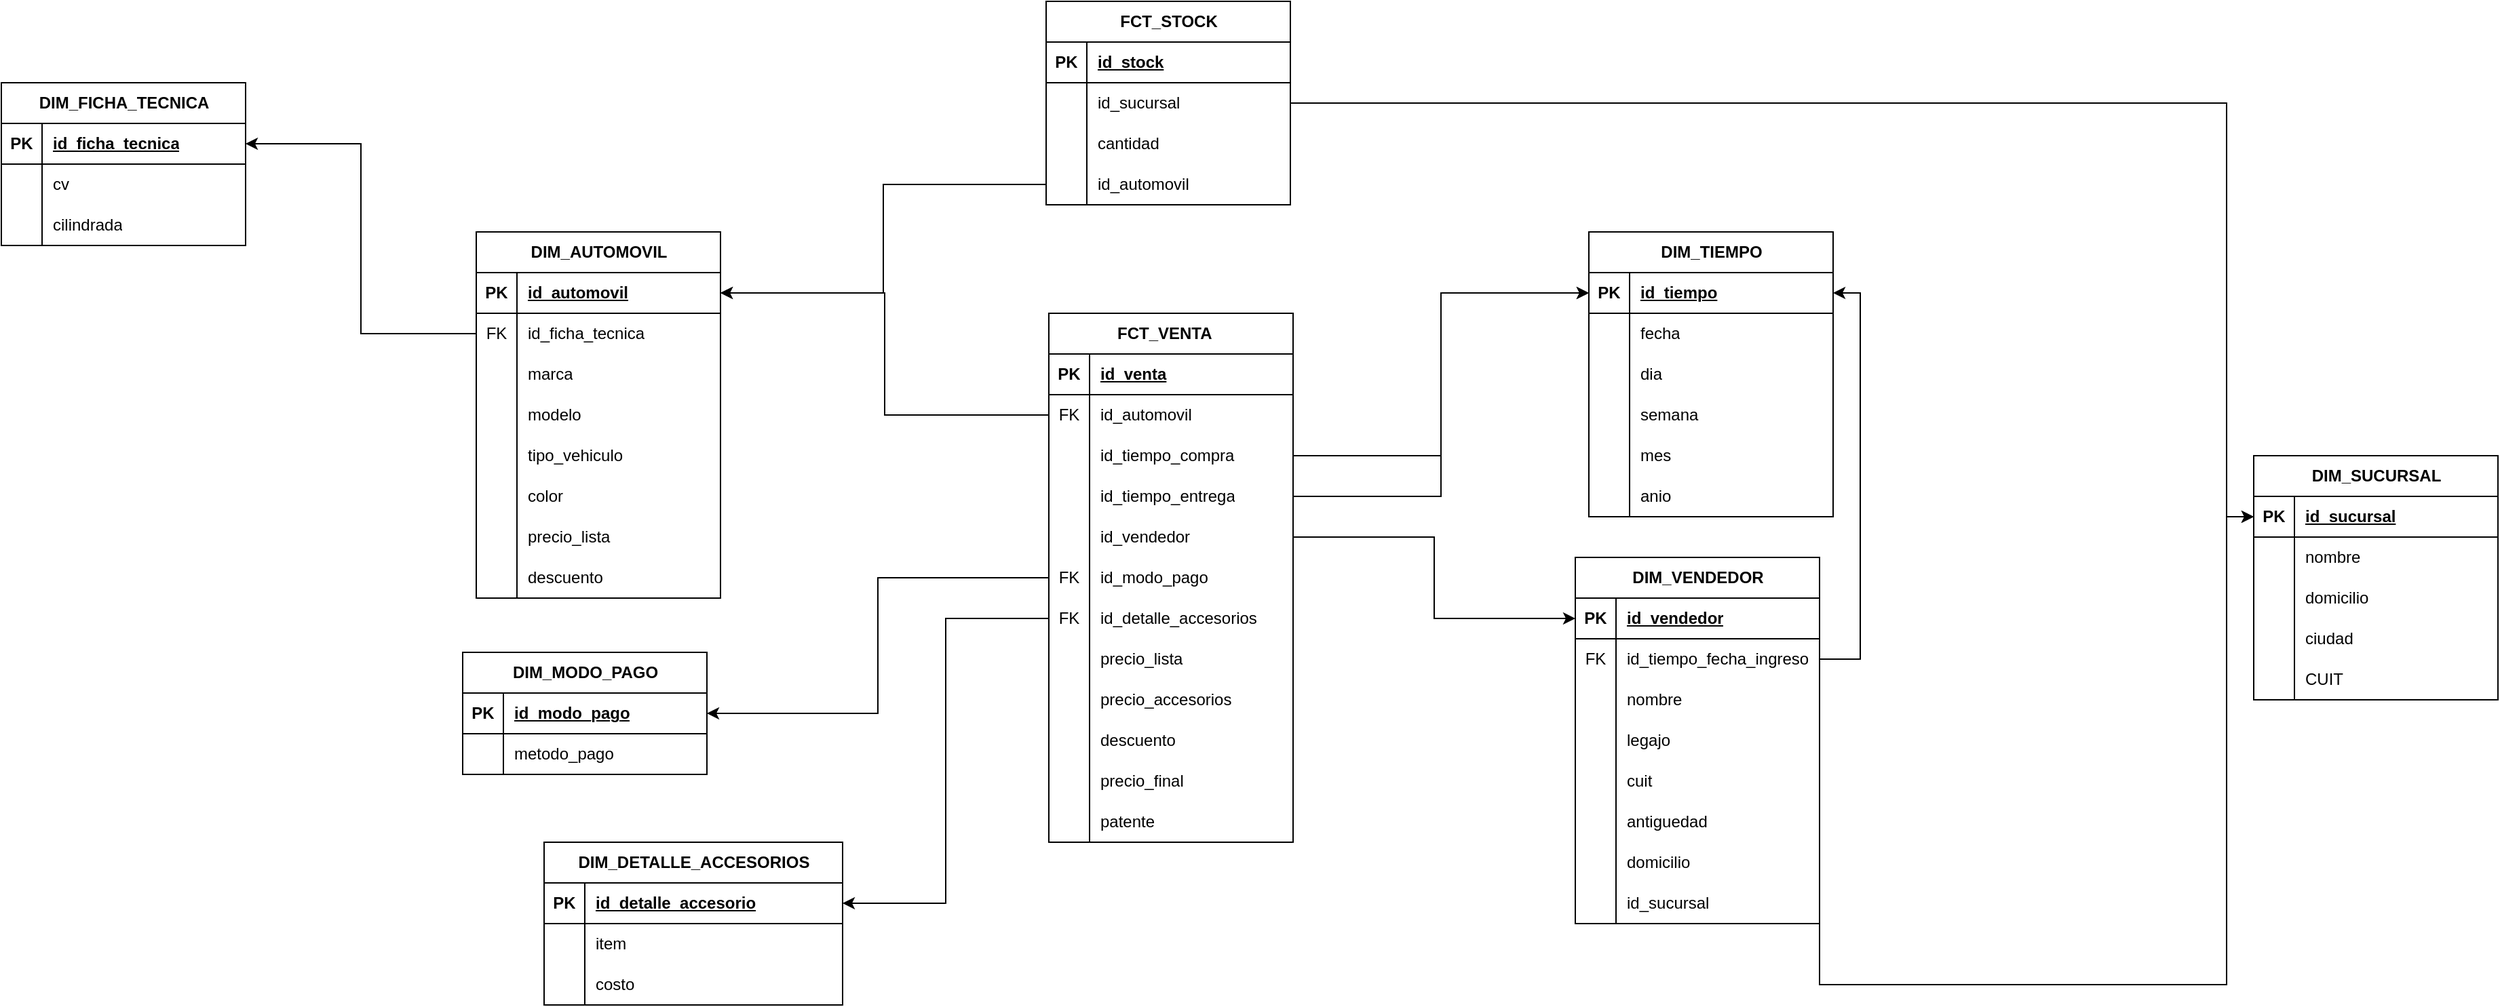
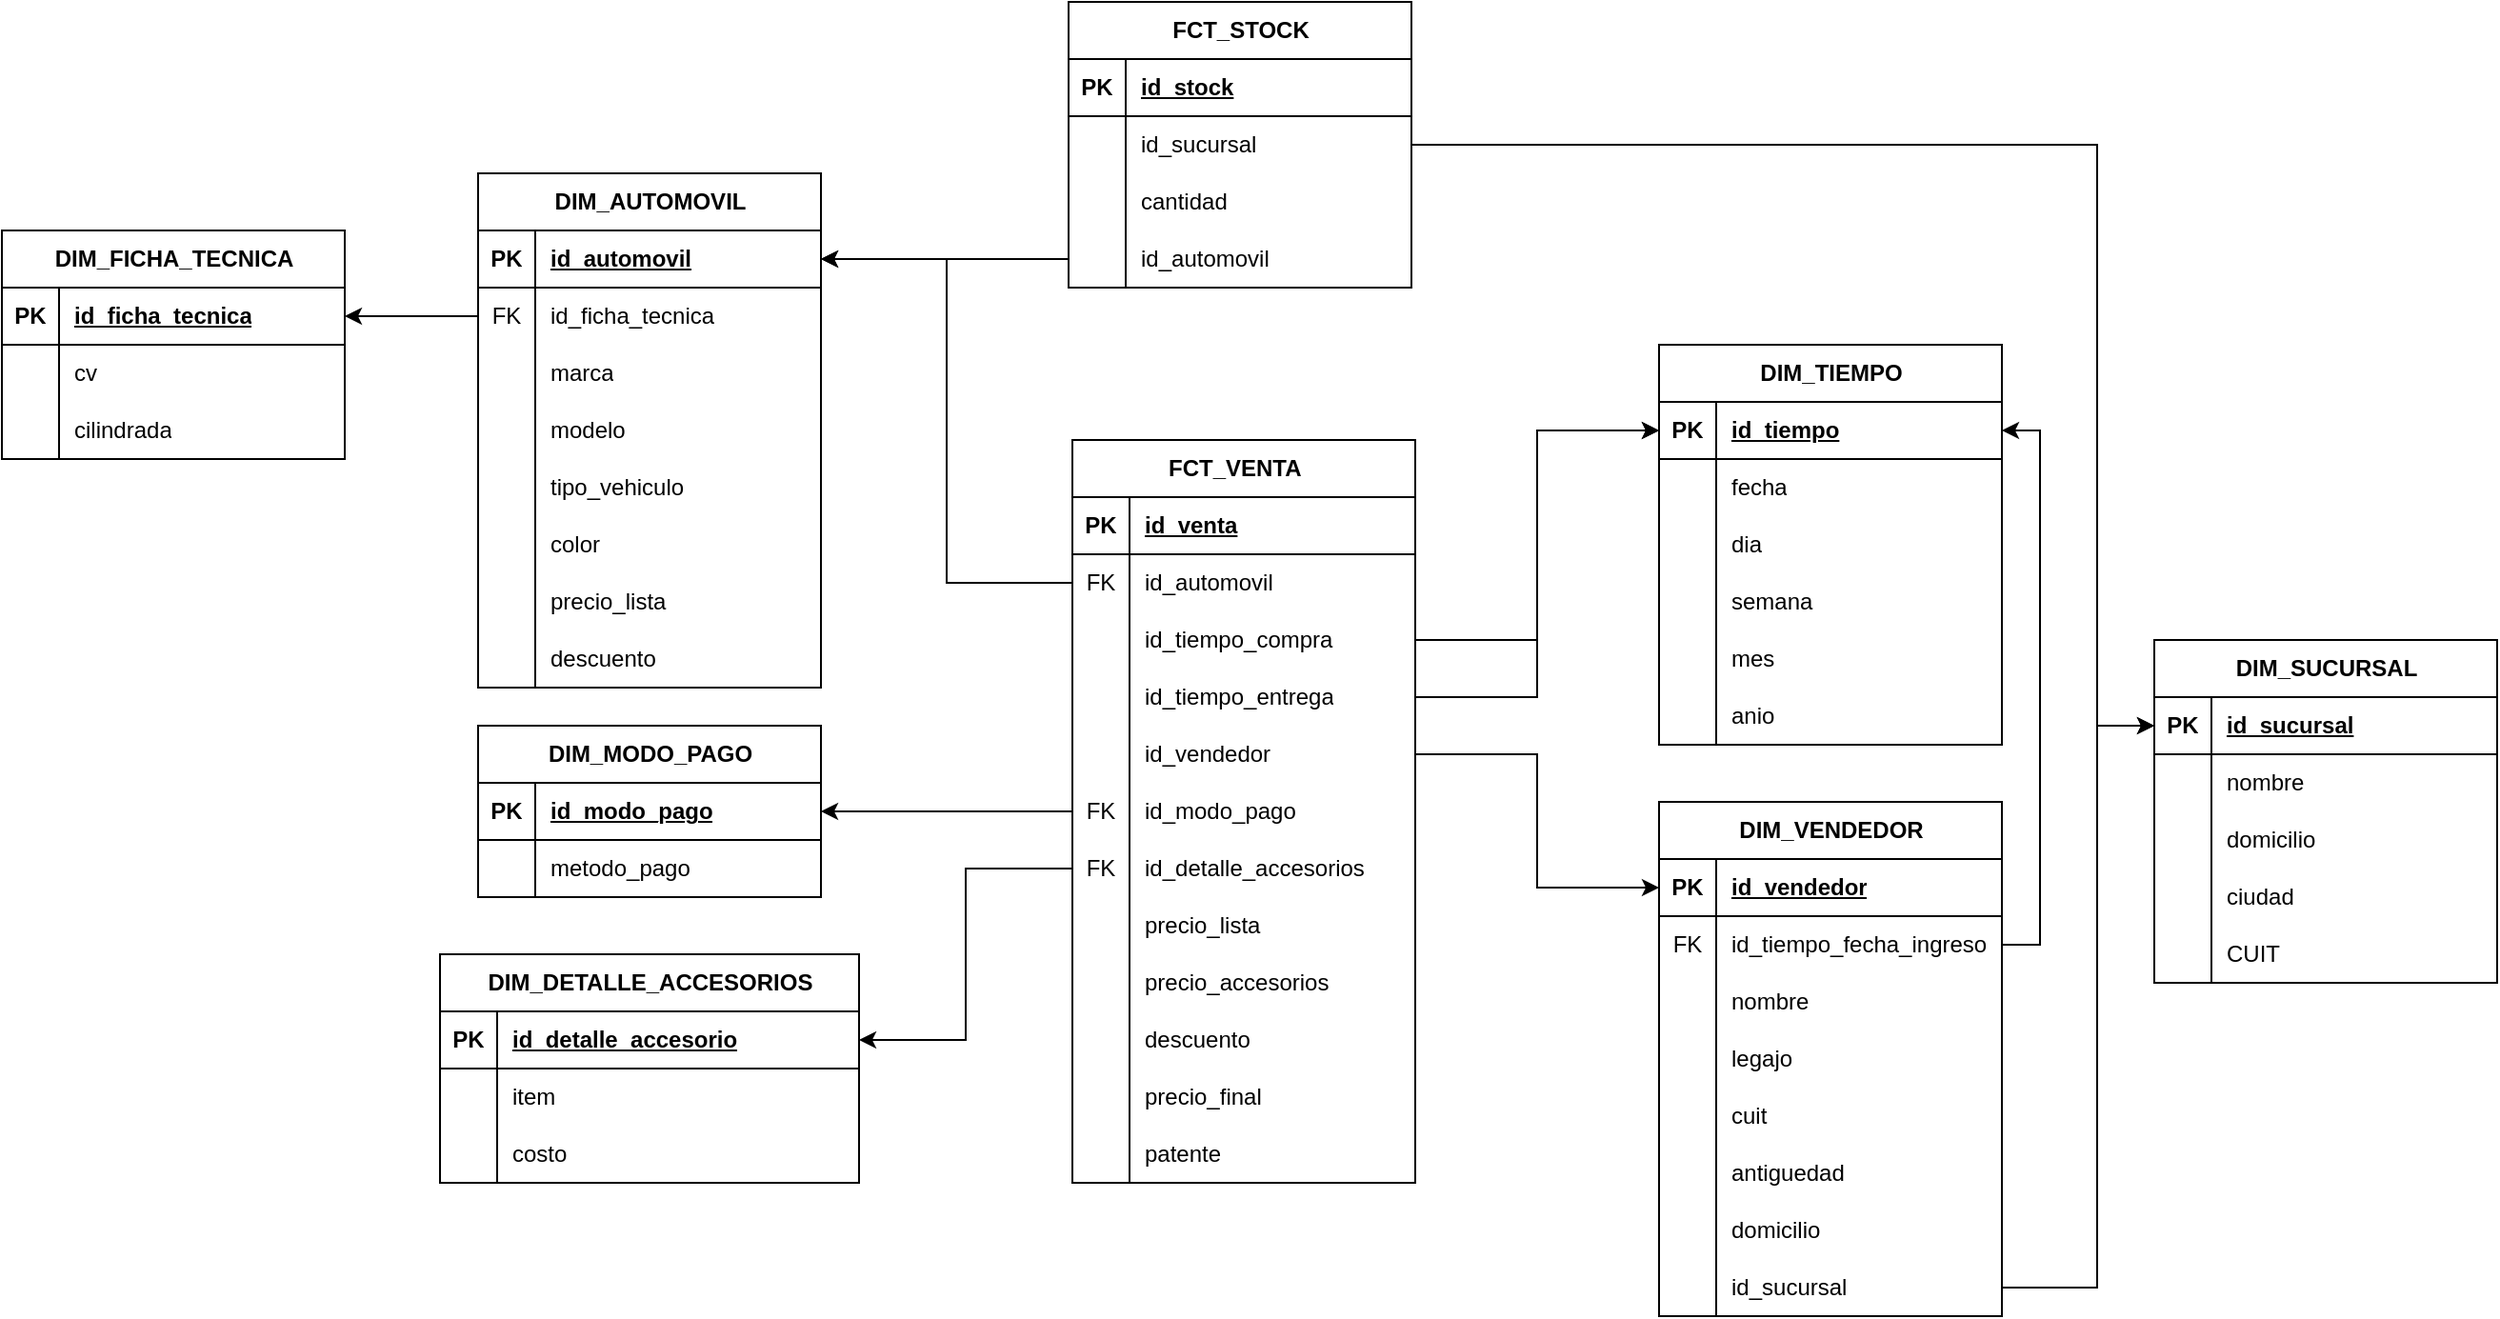
<mxfile host="app.diagrams.net">
  <diagram name="Página-1" id="msOhzYZNF5HMWlpOjL7c">
-     <mxGraphModel dx="2327" dy="1777" grid="1" gridSize="10" guides="1" tooltips="1" connect="1" arrows="1" fold="1" page="1" pageScale="1" pageWidth="827" pageHeight="1169" math="0" shadow="0">
+     <mxGraphModel dx="2970" dy="2038" grid="1" gridSize="10" guides="1" tooltips="1" connect="1" arrows="1" fold="1" page="1" pageScale="1" pageWidth="827" pageHeight="1169" math="0" shadow="0">
      <root>
        <mxCell id="0" />
        <mxCell id="1" parent="0" />
        <mxCell id="yolWoft2z_0ZBsrmm8Kk-500" parent="1" style="shape=table;startSize=30;container=1;collapsible=1;childLayout=tableLayout;fixedRows=1;rowLines=0;fontStyle=1;align=center;resizeLast=1;html=1;" value="DIM_AUTOMOVIL" vertex="1">
-           <mxGeometry height="270" width="180" x="40" y="160" as="geometry" />
+           <mxGeometry height="270" width="180" x="150" y="80" as="geometry" />
        </mxCell>
        <mxCell id="yolWoft2z_0ZBsrmm8Kk-501" parent="yolWoft2z_0ZBsrmm8Kk-500" style="shape=tableRow;horizontal=0;startSize=0;swimlaneHead=0;swimlaneBody=0;fillColor=none;collapsible=0;dropTarget=0;points=[[0,0.5],[1,0.5]];portConstraint=eastwest;top=0;left=0;right=0;bottom=1;" value="" vertex="1">
          <mxGeometry height="30" width="180" y="30" as="geometry" />
        </mxCell>
        <mxCell id="yolWoft2z_0ZBsrmm8Kk-502" parent="yolWoft2z_0ZBsrmm8Kk-501" style="shape=partialRectangle;connectable=0;fillColor=none;top=0;left=0;bottom=0;right=0;fontStyle=1;overflow=hidden;whiteSpace=wrap;html=1;" value="PK" vertex="1">
          <mxGeometry height="30" width="30" as="geometry">
            <mxRectangle height="30" width="30" as="alternateBounds" />
          </mxGeometry>
        </mxCell>
        <mxCell id="yolWoft2z_0ZBsrmm8Kk-503" parent="yolWoft2z_0ZBsrmm8Kk-501" style="shape=partialRectangle;connectable=0;fillColor=none;top=0;left=0;bottom=0;right=0;align=left;spacingLeft=6;fontStyle=5;overflow=hidden;whiteSpace=wrap;html=1;" value="id_automovil" vertex="1">
          <mxGeometry height="30" width="150" x="30" as="geometry">
            <mxRectangle height="30" width="150" as="alternateBounds" />
          </mxGeometry>
        </mxCell>
        <mxCell id="yolWoft2z_0ZBsrmm8Kk-504" parent="yolWoft2z_0ZBsrmm8Kk-500" style="shape=tableRow;horizontal=0;startSize=0;swimlaneHead=0;swimlaneBody=0;fillColor=none;collapsible=0;dropTarget=0;points=[[0,0.5],[1,0.5]];portConstraint=eastwest;top=0;left=0;right=0;bottom=0;" value="" vertex="1">
          <mxGeometry height="30" width="180" y="60" as="geometry" />
        </mxCell>
        <mxCell id="yolWoft2z_0ZBsrmm8Kk-505" parent="yolWoft2z_0ZBsrmm8Kk-504" style="shape=partialRectangle;connectable=0;fillColor=none;top=0;left=0;bottom=0;right=0;editable=1;overflow=hidden;whiteSpace=wrap;html=1;" value="FK" vertex="1">
          <mxGeometry height="30" width="30" as="geometry">
            <mxRectangle height="30" width="30" as="alternateBounds" />
          </mxGeometry>
        </mxCell>
        <mxCell id="yolWoft2z_0ZBsrmm8Kk-506" parent="yolWoft2z_0ZBsrmm8Kk-504" style="shape=partialRectangle;connectable=0;fillColor=none;top=0;left=0;bottom=0;right=0;align=left;spacingLeft=6;overflow=hidden;whiteSpace=wrap;html=1;" value="id_ficha_tecnica" vertex="1">
          <mxGeometry height="30" width="150" x="30" as="geometry">
            <mxRectangle height="30" width="150" as="alternateBounds" />
          </mxGeometry>
        </mxCell>
        <mxCell id="yolWoft2z_0ZBsrmm8Kk-614" parent="yolWoft2z_0ZBsrmm8Kk-500" style="shape=tableRow;horizontal=0;startSize=0;swimlaneHead=0;swimlaneBody=0;fillColor=none;collapsible=0;dropTarget=0;points=[[0,0.5],[1,0.5]];portConstraint=eastwest;top=0;left=0;right=0;bottom=0;" value="" vertex="1">
          <mxGeometry height="30" width="180" y="90" as="geometry" />
        </mxCell>
        <mxCell id="yolWoft2z_0ZBsrmm8Kk-615" parent="yolWoft2z_0ZBsrmm8Kk-614" style="shape=partialRectangle;connectable=0;fillColor=none;top=0;left=0;bottom=0;right=0;editable=1;overflow=hidden;whiteSpace=wrap;html=1;" value="" vertex="1">
          <mxGeometry height="30" width="30" as="geometry">
            <mxRectangle height="30" width="30" as="alternateBounds" />
          </mxGeometry>
        </mxCell>
        <mxCell id="yolWoft2z_0ZBsrmm8Kk-616" parent="yolWoft2z_0ZBsrmm8Kk-614" style="shape=partialRectangle;connectable=0;fillColor=none;top=0;left=0;bottom=0;right=0;align=left;spacingLeft=6;overflow=hidden;whiteSpace=wrap;html=1;" value="marca" vertex="1">
          <mxGeometry height="30" width="150" x="30" as="geometry">
            <mxRectangle height="30" width="150" as="alternateBounds" />
          </mxGeometry>
        </mxCell>
        <mxCell id="yolWoft2z_0ZBsrmm8Kk-507" parent="yolWoft2z_0ZBsrmm8Kk-500" style="shape=tableRow;horizontal=0;startSize=0;swimlaneHead=0;swimlaneBody=0;fillColor=none;collapsible=0;dropTarget=0;points=[[0,0.5],[1,0.5]];portConstraint=eastwest;top=0;left=0;right=0;bottom=0;" value="" vertex="1">
          <mxGeometry height="30" width="180" y="120" as="geometry" />
        </mxCell>
        <mxCell id="yolWoft2z_0ZBsrmm8Kk-508" parent="yolWoft2z_0ZBsrmm8Kk-507" style="shape=partialRectangle;connectable=0;fillColor=none;top=0;left=0;bottom=0;right=0;editable=1;overflow=hidden;whiteSpace=wrap;html=1;" value="" vertex="1">
          <mxGeometry height="30" width="30" as="geometry">
            <mxRectangle height="30" width="30" as="alternateBounds" />
          </mxGeometry>
        </mxCell>
        <mxCell id="yolWoft2z_0ZBsrmm8Kk-509" parent="yolWoft2z_0ZBsrmm8Kk-507" style="shape=partialRectangle;connectable=0;fillColor=none;top=0;left=0;bottom=0;right=0;align=left;spacingLeft=6;overflow=hidden;whiteSpace=wrap;html=1;" value="modelo" vertex="1">
          <mxGeometry height="30" width="150" x="30" as="geometry">
            <mxRectangle height="30" width="150" as="alternateBounds" />
          </mxGeometry>
        </mxCell>
        <mxCell id="yolWoft2z_0ZBsrmm8Kk-510" parent="yolWoft2z_0ZBsrmm8Kk-500" style="shape=tableRow;horizontal=0;startSize=0;swimlaneHead=0;swimlaneBody=0;fillColor=none;collapsible=0;dropTarget=0;points=[[0,0.5],[1,0.5]];portConstraint=eastwest;top=0;left=0;right=0;bottom=0;" value="" vertex="1">
          <mxGeometry height="30" width="180" y="150" as="geometry" />
        </mxCell>
        <mxCell id="yolWoft2z_0ZBsrmm8Kk-511" parent="yolWoft2z_0ZBsrmm8Kk-510" style="shape=partialRectangle;connectable=0;fillColor=none;top=0;left=0;bottom=0;right=0;editable=1;overflow=hidden;whiteSpace=wrap;html=1;" value="" vertex="1">
          <mxGeometry height="30" width="30" as="geometry">
            <mxRectangle height="30" width="30" as="alternateBounds" />
          </mxGeometry>
        </mxCell>
        <mxCell id="yolWoft2z_0ZBsrmm8Kk-512" parent="yolWoft2z_0ZBsrmm8Kk-510" style="shape=partialRectangle;connectable=0;fillColor=none;top=0;left=0;bottom=0;right=0;align=left;spacingLeft=6;overflow=hidden;whiteSpace=wrap;html=1;" value="tipo_vehiculo" vertex="1">
          <mxGeometry height="30" width="150" x="30" as="geometry">
            <mxRectangle height="30" width="150" as="alternateBounds" />
          </mxGeometry>
        </mxCell>
        <mxCell id="yolWoft2z_0ZBsrmm8Kk-604" parent="yolWoft2z_0ZBsrmm8Kk-500" style="shape=tableRow;horizontal=0;startSize=0;swimlaneHead=0;swimlaneBody=0;fillColor=none;collapsible=0;dropTarget=0;points=[[0,0.5],[1,0.5]];portConstraint=eastwest;top=0;left=0;right=0;bottom=0;" value="" vertex="1">
          <mxGeometry height="30" width="180" y="180" as="geometry" />
        </mxCell>
        <mxCell id="yolWoft2z_0ZBsrmm8Kk-605" parent="yolWoft2z_0ZBsrmm8Kk-604" style="shape=partialRectangle;connectable=0;fillColor=none;top=0;left=0;bottom=0;right=0;editable=1;overflow=hidden;whiteSpace=wrap;html=1;" value="" vertex="1">
          <mxGeometry height="30" width="30" as="geometry">
            <mxRectangle height="30" width="30" as="alternateBounds" />
          </mxGeometry>
        </mxCell>
        <mxCell id="yolWoft2z_0ZBsrmm8Kk-606" parent="yolWoft2z_0ZBsrmm8Kk-604" style="shape=partialRectangle;connectable=0;fillColor=none;top=0;left=0;bottom=0;right=0;align=left;spacingLeft=6;overflow=hidden;whiteSpace=wrap;html=1;" value="color" vertex="1">
          <mxGeometry height="30" width="150" x="30" as="geometry">
            <mxRectangle height="30" width="150" as="alternateBounds" />
          </mxGeometry>
        </mxCell>
        <mxCell id="yolWoft2z_0ZBsrmm8Kk-607" parent="yolWoft2z_0ZBsrmm8Kk-500" style="shape=tableRow;horizontal=0;startSize=0;swimlaneHead=0;swimlaneBody=0;fillColor=none;collapsible=0;dropTarget=0;points=[[0,0.5],[1,0.5]];portConstraint=eastwest;top=0;left=0;right=0;bottom=0;" value="" vertex="1">
          <mxGeometry height="30" width="180" y="210" as="geometry" />
        </mxCell>
        <mxCell id="yolWoft2z_0ZBsrmm8Kk-608" parent="yolWoft2z_0ZBsrmm8Kk-607" style="shape=partialRectangle;connectable=0;fillColor=none;top=0;left=0;bottom=0;right=0;editable=1;overflow=hidden;whiteSpace=wrap;html=1;" value="" vertex="1">
          <mxGeometry height="30" width="30" as="geometry">
            <mxRectangle height="30" width="30" as="alternateBounds" />
          </mxGeometry>
        </mxCell>
        <mxCell id="yolWoft2z_0ZBsrmm8Kk-609" parent="yolWoft2z_0ZBsrmm8Kk-607" style="shape=partialRectangle;connectable=0;fillColor=none;top=0;left=0;bottom=0;right=0;align=left;spacingLeft=6;overflow=hidden;whiteSpace=wrap;html=1;" value="precio_lista" vertex="1">
          <mxGeometry height="30" width="150" x="30" as="geometry">
            <mxRectangle height="30" width="150" as="alternateBounds" />
          </mxGeometry>
        </mxCell>
        <mxCell id="yolWoft2z_0ZBsrmm8Kk-611" parent="yolWoft2z_0ZBsrmm8Kk-500" style="shape=tableRow;horizontal=0;startSize=0;swimlaneHead=0;swimlaneBody=0;fillColor=none;collapsible=0;dropTarget=0;points=[[0,0.5],[1,0.5]];portConstraint=eastwest;top=0;left=0;right=0;bottom=0;" value="" vertex="1">
          <mxGeometry height="30" width="180" y="240" as="geometry" />
        </mxCell>
        <mxCell id="yolWoft2z_0ZBsrmm8Kk-612" parent="yolWoft2z_0ZBsrmm8Kk-611" style="shape=partialRectangle;connectable=0;fillColor=none;top=0;left=0;bottom=0;right=0;editable=1;overflow=hidden;whiteSpace=wrap;html=1;" value="" vertex="1">
          <mxGeometry height="30" width="30" as="geometry">
            <mxRectangle height="30" width="30" as="alternateBounds" />
          </mxGeometry>
        </mxCell>
        <mxCell id="yolWoft2z_0ZBsrmm8Kk-613" parent="yolWoft2z_0ZBsrmm8Kk-611" style="shape=partialRectangle;connectable=0;fillColor=none;top=0;left=0;bottom=0;right=0;align=left;spacingLeft=6;overflow=hidden;whiteSpace=wrap;html=1;" value="descuento" vertex="1">
          <mxGeometry height="30" width="150" x="30" as="geometry">
            <mxRectangle height="30" width="150" as="alternateBounds" />
          </mxGeometry>
        </mxCell>
        <mxCell id="yolWoft2z_0ZBsrmm8Kk-513" parent="1" style="shape=table;startSize=30;container=1;collapsible=1;childLayout=tableLayout;fixedRows=1;rowLines=0;fontStyle=1;align=center;resizeLast=1;html=1;" value="FCT_VENTA&lt;span style=&quot;white-space: pre;&quot;&gt;&#x9;&lt;/span&gt;" vertex="1">
          <mxGeometry height="390" width="180" x="462" y="220" as="geometry" />
        </mxCell>
        <mxCell id="yolWoft2z_0ZBsrmm8Kk-514" parent="yolWoft2z_0ZBsrmm8Kk-513" style="shape=tableRow;horizontal=0;startSize=0;swimlaneHead=0;swimlaneBody=0;fillColor=none;collapsible=0;dropTarget=0;points=[[0,0.5],[1,0.5]];portConstraint=eastwest;top=0;left=0;right=0;bottom=1;" value="" vertex="1">
          <mxGeometry height="30" width="180" y="30" as="geometry" />
        </mxCell>
        <mxCell id="yolWoft2z_0ZBsrmm8Kk-515" parent="yolWoft2z_0ZBsrmm8Kk-514" style="shape=partialRectangle;connectable=0;fillColor=none;top=0;left=0;bottom=0;right=0;fontStyle=1;overflow=hidden;whiteSpace=wrap;html=1;" value="PK" vertex="1">
          <mxGeometry height="30" width="30" as="geometry">
            <mxRectangle height="30" width="30" as="alternateBounds" />
          </mxGeometry>
        </mxCell>
        <mxCell id="yolWoft2z_0ZBsrmm8Kk-516" parent="yolWoft2z_0ZBsrmm8Kk-514" style="shape=partialRectangle;connectable=0;fillColor=none;top=0;left=0;bottom=0;right=0;align=left;spacingLeft=6;fontStyle=5;overflow=hidden;whiteSpace=wrap;html=1;" value="id_venta" vertex="1">
          <mxGeometry height="30" width="150" x="30" as="geometry">
            <mxRectangle height="30" width="150" as="alternateBounds" />
          </mxGeometry>
        </mxCell>
        <mxCell id="yolWoft2z_0ZBsrmm8Kk-517" parent="yolWoft2z_0ZBsrmm8Kk-513" style="shape=tableRow;horizontal=0;startSize=0;swimlaneHead=0;swimlaneBody=0;fillColor=none;collapsible=0;dropTarget=0;points=[[0,0.5],[1,0.5]];portConstraint=eastwest;top=0;left=0;right=0;bottom=0;" value="" vertex="1">
          <mxGeometry height="30" width="180" y="60" as="geometry" />
        </mxCell>
        <mxCell id="yolWoft2z_0ZBsrmm8Kk-518" parent="yolWoft2z_0ZBsrmm8Kk-517" style="shape=partialRectangle;connectable=0;fillColor=none;top=0;left=0;bottom=0;right=0;editable=1;overflow=hidden;whiteSpace=wrap;html=1;" value="FK" vertex="1">
          <mxGeometry height="30" width="30" as="geometry">
            <mxRectangle height="30" width="30" as="alternateBounds" />
          </mxGeometry>
        </mxCell>
        <mxCell id="yolWoft2z_0ZBsrmm8Kk-519" parent="yolWoft2z_0ZBsrmm8Kk-517" style="shape=partialRectangle;connectable=0;fillColor=none;top=0;left=0;bottom=0;right=0;align=left;spacingLeft=6;overflow=hidden;whiteSpace=wrap;html=1;" value="id_automovil" vertex="1">
          <mxGeometry height="30" width="150" x="30" as="geometry">
            <mxRectangle height="30" width="150" as="alternateBounds" />
          </mxGeometry>
        </mxCell>
        <mxCell id="yolWoft2z_0ZBsrmm8Kk-520" parent="yolWoft2z_0ZBsrmm8Kk-513" style="shape=tableRow;horizontal=0;startSize=0;swimlaneHead=0;swimlaneBody=0;fillColor=none;collapsible=0;dropTarget=0;points=[[0,0.5],[1,0.5]];portConstraint=eastwest;top=0;left=0;right=0;bottom=0;" value="" vertex="1">
          <mxGeometry height="30" width="180" y="90" as="geometry" />
        </mxCell>
        <mxCell id="yolWoft2z_0ZBsrmm8Kk-521" parent="yolWoft2z_0ZBsrmm8Kk-520" style="shape=partialRectangle;connectable=0;fillColor=none;top=0;left=0;bottom=0;right=0;editable=1;overflow=hidden;whiteSpace=wrap;html=1;" value="" vertex="1">
          <mxGeometry height="30" width="30" as="geometry">
            <mxRectangle height="30" width="30" as="alternateBounds" />
          </mxGeometry>
        </mxCell>
        <mxCell id="yolWoft2z_0ZBsrmm8Kk-522" parent="yolWoft2z_0ZBsrmm8Kk-520" style="shape=partialRectangle;connectable=0;fillColor=none;top=0;left=0;bottom=0;right=0;align=left;spacingLeft=6;overflow=hidden;whiteSpace=wrap;html=1;" value="id_tiempo_compra" vertex="1">
          <mxGeometry height="30" width="150" x="30" as="geometry">
            <mxRectangle height="30" width="150" as="alternateBounds" />
          </mxGeometry>
        </mxCell>
        <mxCell id="yolWoft2z_0ZBsrmm8Kk-742" parent="yolWoft2z_0ZBsrmm8Kk-513" style="shape=tableRow;horizontal=0;startSize=0;swimlaneHead=0;swimlaneBody=0;fillColor=none;collapsible=0;dropTarget=0;points=[[0,0.5],[1,0.5]];portConstraint=eastwest;top=0;left=0;right=0;bottom=0;" value="" vertex="1">
          <mxGeometry height="30" width="180" y="120" as="geometry" />
        </mxCell>
        <mxCell id="yolWoft2z_0ZBsrmm8Kk-743" parent="yolWoft2z_0ZBsrmm8Kk-742" style="shape=partialRectangle;connectable=0;fillColor=none;top=0;left=0;bottom=0;right=0;editable=1;overflow=hidden;whiteSpace=wrap;html=1;" value="" vertex="1">
          <mxGeometry height="30" width="30" as="geometry">
            <mxRectangle height="30" width="30" as="alternateBounds" />
          </mxGeometry>
        </mxCell>
        <mxCell id="yolWoft2z_0ZBsrmm8Kk-744" parent="yolWoft2z_0ZBsrmm8Kk-742" style="shape=partialRectangle;connectable=0;fillColor=none;top=0;left=0;bottom=0;right=0;align=left;spacingLeft=6;overflow=hidden;whiteSpace=wrap;html=1;" value="id_tiempo_entrega" vertex="1">
          <mxGeometry height="30" width="150" x="30" as="geometry">
            <mxRectangle height="30" width="150" as="alternateBounds" />
          </mxGeometry>
        </mxCell>
        <mxCell id="yolWoft2z_0ZBsrmm8Kk-523" parent="yolWoft2z_0ZBsrmm8Kk-513" style="shape=tableRow;horizontal=0;startSize=0;swimlaneHead=0;swimlaneBody=0;fillColor=none;collapsible=0;dropTarget=0;points=[[0,0.5],[1,0.5]];portConstraint=eastwest;top=0;left=0;right=0;bottom=0;" value="" vertex="1">
          <mxGeometry height="30" width="180" y="150" as="geometry" />
        </mxCell>
        <mxCell id="yolWoft2z_0ZBsrmm8Kk-524" parent="yolWoft2z_0ZBsrmm8Kk-523" style="shape=partialRectangle;connectable=0;fillColor=none;top=0;left=0;bottom=0;right=0;editable=1;overflow=hidden;whiteSpace=wrap;html=1;" value="" vertex="1">
          <mxGeometry height="30" width="30" as="geometry">
            <mxRectangle height="30" width="30" as="alternateBounds" />
          </mxGeometry>
        </mxCell>
        <mxCell id="yolWoft2z_0ZBsrmm8Kk-525" parent="yolWoft2z_0ZBsrmm8Kk-523" style="shape=partialRectangle;connectable=0;fillColor=none;top=0;left=0;bottom=0;right=0;align=left;spacingLeft=6;overflow=hidden;whiteSpace=wrap;html=1;" value="id_vendedor" vertex="1">
          <mxGeometry height="30" width="150" x="30" as="geometry">
            <mxRectangle height="30" width="150" as="alternateBounds" />
          </mxGeometry>
        </mxCell>
        <mxCell id="yolWoft2z_0ZBsrmm8Kk-682" parent="yolWoft2z_0ZBsrmm8Kk-513" style="shape=tableRow;horizontal=0;startSize=0;swimlaneHead=0;swimlaneBody=0;fillColor=none;collapsible=0;dropTarget=0;points=[[0,0.5],[1,0.5]];portConstraint=eastwest;top=0;left=0;right=0;bottom=0;" value="" vertex="1">
          <mxGeometry height="30" width="180" y="180" as="geometry" />
        </mxCell>
        <mxCell id="yolWoft2z_0ZBsrmm8Kk-683" parent="yolWoft2z_0ZBsrmm8Kk-682" style="shape=partialRectangle;connectable=0;fillColor=none;top=0;left=0;bottom=0;right=0;editable=1;overflow=hidden;whiteSpace=wrap;html=1;" value="FK" vertex="1">
          <mxGeometry height="30" width="30" as="geometry">
            <mxRectangle height="30" width="30" as="alternateBounds" />
          </mxGeometry>
        </mxCell>
        <mxCell id="yolWoft2z_0ZBsrmm8Kk-684" parent="yolWoft2z_0ZBsrmm8Kk-682" style="shape=partialRectangle;connectable=0;fillColor=none;top=0;left=0;bottom=0;right=0;align=left;spacingLeft=6;overflow=hidden;whiteSpace=wrap;html=1;" value="id_modo_pago" vertex="1">
          <mxGeometry height="30" width="150" x="30" as="geometry">
            <mxRectangle height="30" width="150" as="alternateBounds" />
          </mxGeometry>
        </mxCell>
        <mxCell id="yolWoft2z_0ZBsrmm8Kk-728" parent="yolWoft2z_0ZBsrmm8Kk-513" style="shape=tableRow;horizontal=0;startSize=0;swimlaneHead=0;swimlaneBody=0;fillColor=none;collapsible=0;dropTarget=0;points=[[0,0.5],[1,0.5]];portConstraint=eastwest;top=0;left=0;right=0;bottom=0;" value="" vertex="1">
          <mxGeometry height="30" width="180" y="210" as="geometry" />
        </mxCell>
        <mxCell id="yolWoft2z_0ZBsrmm8Kk-729" parent="yolWoft2z_0ZBsrmm8Kk-728" style="shape=partialRectangle;connectable=0;fillColor=none;top=0;left=0;bottom=0;right=0;editable=1;overflow=hidden;whiteSpace=wrap;html=1;" value="FK" vertex="1">
          <mxGeometry height="30" width="30" as="geometry">
            <mxRectangle height="30" width="30" as="alternateBounds" />
          </mxGeometry>
        </mxCell>
        <mxCell id="yolWoft2z_0ZBsrmm8Kk-730" parent="yolWoft2z_0ZBsrmm8Kk-728" style="shape=partialRectangle;connectable=0;fillColor=none;top=0;left=0;bottom=0;right=0;align=left;spacingLeft=6;overflow=hidden;whiteSpace=wrap;html=1;" value="id_detalle_accesorios" vertex="1">
          <mxGeometry height="30" width="150" x="30" as="geometry">
            <mxRectangle height="30" width="150" as="alternateBounds" />
          </mxGeometry>
        </mxCell>
        <mxCell id="yolWoft2z_0ZBsrmm8Kk-685" parent="yolWoft2z_0ZBsrmm8Kk-513" style="shape=tableRow;horizontal=0;startSize=0;swimlaneHead=0;swimlaneBody=0;fillColor=none;collapsible=0;dropTarget=0;points=[[0,0.5],[1,0.5]];portConstraint=eastwest;top=0;left=0;right=0;bottom=0;" value="" vertex="1">
          <mxGeometry height="30" width="180" y="240" as="geometry" />
        </mxCell>
        <mxCell id="yolWoft2z_0ZBsrmm8Kk-686" parent="yolWoft2z_0ZBsrmm8Kk-685" style="shape=partialRectangle;connectable=0;fillColor=none;top=0;left=0;bottom=0;right=0;editable=1;overflow=hidden;whiteSpace=wrap;html=1;" value="" vertex="1">
          <mxGeometry height="30" width="30" as="geometry">
            <mxRectangle height="30" width="30" as="alternateBounds" />
          </mxGeometry>
        </mxCell>
        <mxCell id="yolWoft2z_0ZBsrmm8Kk-687" parent="yolWoft2z_0ZBsrmm8Kk-685" style="shape=partialRectangle;connectable=0;fillColor=none;top=0;left=0;bottom=0;right=0;align=left;spacingLeft=6;overflow=hidden;whiteSpace=wrap;html=1;" value="precio_lista" vertex="1">
          <mxGeometry height="30" width="150" x="30" as="geometry">
            <mxRectangle height="30" width="150" as="alternateBounds" />
          </mxGeometry>
        </mxCell>
        <mxCell id="yolWoft2z_0ZBsrmm8Kk-688" parent="yolWoft2z_0ZBsrmm8Kk-513" style="shape=tableRow;horizontal=0;startSize=0;swimlaneHead=0;swimlaneBody=0;fillColor=none;collapsible=0;dropTarget=0;points=[[0,0.5],[1,0.5]];portConstraint=eastwest;top=0;left=0;right=0;bottom=0;" value="" vertex="1">
          <mxGeometry height="30" width="180" y="270" as="geometry" />
        </mxCell>
        <mxCell id="yolWoft2z_0ZBsrmm8Kk-689" parent="yolWoft2z_0ZBsrmm8Kk-688" style="shape=partialRectangle;connectable=0;fillColor=none;top=0;left=0;bottom=0;right=0;editable=1;overflow=hidden;whiteSpace=wrap;html=1;" value="" vertex="1">
          <mxGeometry height="30" width="30" as="geometry">
            <mxRectangle height="30" width="30" as="alternateBounds" />
          </mxGeometry>
        </mxCell>
        <mxCell id="yolWoft2z_0ZBsrmm8Kk-690" parent="yolWoft2z_0ZBsrmm8Kk-688" style="shape=partialRectangle;connectable=0;fillColor=none;top=0;left=0;bottom=0;right=0;align=left;spacingLeft=6;overflow=hidden;whiteSpace=wrap;html=1;" value="precio_accesorios" vertex="1">
          <mxGeometry height="30" width="150" x="30" as="geometry">
            <mxRectangle height="30" width="150" as="alternateBounds" />
          </mxGeometry>
        </mxCell>
        <mxCell id="yolWoft2z_0ZBsrmm8Kk-691" parent="yolWoft2z_0ZBsrmm8Kk-513" style="shape=tableRow;horizontal=0;startSize=0;swimlaneHead=0;swimlaneBody=0;fillColor=none;collapsible=0;dropTarget=0;points=[[0,0.5],[1,0.5]];portConstraint=eastwest;top=0;left=0;right=0;bottom=0;" value="" vertex="1">
          <mxGeometry height="30" width="180" y="300" as="geometry" />
        </mxCell>
        <mxCell id="yolWoft2z_0ZBsrmm8Kk-692" parent="yolWoft2z_0ZBsrmm8Kk-691" style="shape=partialRectangle;connectable=0;fillColor=none;top=0;left=0;bottom=0;right=0;editable=1;overflow=hidden;whiteSpace=wrap;html=1;" value="" vertex="1">
          <mxGeometry height="30" width="30" as="geometry">
            <mxRectangle height="30" width="30" as="alternateBounds" />
          </mxGeometry>
        </mxCell>
        <mxCell id="yolWoft2z_0ZBsrmm8Kk-693" parent="yolWoft2z_0ZBsrmm8Kk-691" style="shape=partialRectangle;connectable=0;fillColor=none;top=0;left=0;bottom=0;right=0;align=left;spacingLeft=6;overflow=hidden;whiteSpace=wrap;html=1;" value="descuento" vertex="1">
          <mxGeometry height="30" width="150" x="30" as="geometry">
            <mxRectangle height="30" width="150" as="alternateBounds" />
          </mxGeometry>
        </mxCell>
        <mxCell id="yolWoft2z_0ZBsrmm8Kk-694" parent="yolWoft2z_0ZBsrmm8Kk-513" style="shape=tableRow;horizontal=0;startSize=0;swimlaneHead=0;swimlaneBody=0;fillColor=none;collapsible=0;dropTarget=0;points=[[0,0.5],[1,0.5]];portConstraint=eastwest;top=0;left=0;right=0;bottom=0;" value="" vertex="1">
          <mxGeometry height="30" width="180" y="330" as="geometry" />
        </mxCell>
        <mxCell id="yolWoft2z_0ZBsrmm8Kk-695" parent="yolWoft2z_0ZBsrmm8Kk-694" style="shape=partialRectangle;connectable=0;fillColor=none;top=0;left=0;bottom=0;right=0;editable=1;overflow=hidden;whiteSpace=wrap;html=1;" value="" vertex="1">
          <mxGeometry height="30" width="30" as="geometry">
            <mxRectangle height="30" width="30" as="alternateBounds" />
          </mxGeometry>
        </mxCell>
        <mxCell id="yolWoft2z_0ZBsrmm8Kk-696" parent="yolWoft2z_0ZBsrmm8Kk-694" style="shape=partialRectangle;connectable=0;fillColor=none;top=0;left=0;bottom=0;right=0;align=left;spacingLeft=6;overflow=hidden;whiteSpace=wrap;html=1;" value="precio_final" vertex="1">
          <mxGeometry height="30" width="150" x="30" as="geometry">
            <mxRectangle height="30" width="150" as="alternateBounds" />
          </mxGeometry>
        </mxCell>
        <mxCell id="yolWoft2z_0ZBsrmm8Kk-697" parent="yolWoft2z_0ZBsrmm8Kk-513" style="shape=tableRow;horizontal=0;startSize=0;swimlaneHead=0;swimlaneBody=0;fillColor=none;collapsible=0;dropTarget=0;points=[[0,0.5],[1,0.5]];portConstraint=eastwest;top=0;left=0;right=0;bottom=0;" value="" vertex="1">
          <mxGeometry height="30" width="180" y="360" as="geometry" />
        </mxCell>
        <mxCell id="yolWoft2z_0ZBsrmm8Kk-698" parent="yolWoft2z_0ZBsrmm8Kk-697" style="shape=partialRectangle;connectable=0;fillColor=none;top=0;left=0;bottom=0;right=0;editable=1;overflow=hidden;whiteSpace=wrap;html=1;" value="" vertex="1">
          <mxGeometry height="30" width="30" as="geometry">
            <mxRectangle height="30" width="30" as="alternateBounds" />
          </mxGeometry>
        </mxCell>
        <mxCell id="yolWoft2z_0ZBsrmm8Kk-699" parent="yolWoft2z_0ZBsrmm8Kk-697" style="shape=partialRectangle;connectable=0;fillColor=none;top=0;left=0;bottom=0;right=0;align=left;spacingLeft=6;overflow=hidden;whiteSpace=wrap;html=1;" value="patente" vertex="1">
          <mxGeometry height="30" width="150" x="30" as="geometry">
            <mxRectangle height="30" width="150" as="alternateBounds" />
          </mxGeometry>
        </mxCell>
        <mxCell id="yolWoft2z_0ZBsrmm8Kk-539" parent="1" style="shape=table;startSize=30;container=1;collapsible=1;childLayout=tableLayout;fixedRows=1;rowLines=0;fontStyle=1;align=center;resizeLast=1;html=1;" value="DIM_FICHA_TECNICA" vertex="1">
-           <mxGeometry height="120" width="180" x="-310" y="50" as="geometry" />
+           <mxGeometry height="120" width="180" x="-100" y="110" as="geometry" />
        </mxCell>
        <mxCell id="yolWoft2z_0ZBsrmm8Kk-540" parent="yolWoft2z_0ZBsrmm8Kk-539" style="shape=tableRow;horizontal=0;startSize=0;swimlaneHead=0;swimlaneBody=0;fillColor=none;collapsible=0;dropTarget=0;points=[[0,0.5],[1,0.5]];portConstraint=eastwest;top=0;left=0;right=0;bottom=1;" value="" vertex="1">
          <mxGeometry height="30" width="180" y="30" as="geometry" />
        </mxCell>
        <mxCell id="yolWoft2z_0ZBsrmm8Kk-541" parent="yolWoft2z_0ZBsrmm8Kk-540" style="shape=partialRectangle;connectable=0;fillColor=none;top=0;left=0;bottom=0;right=0;fontStyle=1;overflow=hidden;whiteSpace=wrap;html=1;" value="PK" vertex="1">
          <mxGeometry height="30" width="30" as="geometry">
            <mxRectangle height="30" width="30" as="alternateBounds" />
          </mxGeometry>
        </mxCell>
        <mxCell id="yolWoft2z_0ZBsrmm8Kk-542" parent="yolWoft2z_0ZBsrmm8Kk-540" style="shape=partialRectangle;connectable=0;fillColor=none;top=0;left=0;bottom=0;right=0;align=left;spacingLeft=6;fontStyle=5;overflow=hidden;whiteSpace=wrap;html=1;" value="id_ficha_tecnica" vertex="1">
          <mxGeometry height="30" width="150" x="30" as="geometry">
            <mxRectangle height="30" width="150" as="alternateBounds" />
          </mxGeometry>
        </mxCell>
        <mxCell id="yolWoft2z_0ZBsrmm8Kk-543" parent="yolWoft2z_0ZBsrmm8Kk-539" style="shape=tableRow;horizontal=0;startSize=0;swimlaneHead=0;swimlaneBody=0;fillColor=none;collapsible=0;dropTarget=0;points=[[0,0.5],[1,0.5]];portConstraint=eastwest;top=0;left=0;right=0;bottom=0;" value="" vertex="1">
          <mxGeometry height="30" width="180" y="60" as="geometry" />
        </mxCell>
        <mxCell id="yolWoft2z_0ZBsrmm8Kk-544" parent="yolWoft2z_0ZBsrmm8Kk-543" style="shape=partialRectangle;connectable=0;fillColor=none;top=0;left=0;bottom=0;right=0;editable=1;overflow=hidden;whiteSpace=wrap;html=1;" value="" vertex="1">
          <mxGeometry height="30" width="30" as="geometry">
            <mxRectangle height="30" width="30" as="alternateBounds" />
          </mxGeometry>
        </mxCell>
        <mxCell id="yolWoft2z_0ZBsrmm8Kk-545" parent="yolWoft2z_0ZBsrmm8Kk-543" style="shape=partialRectangle;connectable=0;fillColor=none;top=0;left=0;bottom=0;right=0;align=left;spacingLeft=6;overflow=hidden;whiteSpace=wrap;html=1;" value="cv" vertex="1">
          <mxGeometry height="30" width="150" x="30" as="geometry">
            <mxRectangle height="30" width="150" as="alternateBounds" />
          </mxGeometry>
        </mxCell>
        <mxCell id="yolWoft2z_0ZBsrmm8Kk-546" parent="yolWoft2z_0ZBsrmm8Kk-539" style="shape=tableRow;horizontal=0;startSize=0;swimlaneHead=0;swimlaneBody=0;fillColor=none;collapsible=0;dropTarget=0;points=[[0,0.5],[1,0.5]];portConstraint=eastwest;top=0;left=0;right=0;bottom=0;" value="" vertex="1">
          <mxGeometry height="30" width="180" y="90" as="geometry" />
        </mxCell>
        <mxCell id="yolWoft2z_0ZBsrmm8Kk-547" parent="yolWoft2z_0ZBsrmm8Kk-546" style="shape=partialRectangle;connectable=0;fillColor=none;top=0;left=0;bottom=0;right=0;editable=1;overflow=hidden;whiteSpace=wrap;html=1;" value="" vertex="1">
          <mxGeometry height="30" width="30" as="geometry">
            <mxRectangle height="30" width="30" as="alternateBounds" />
          </mxGeometry>
        </mxCell>
        <mxCell id="yolWoft2z_0ZBsrmm8Kk-548" parent="yolWoft2z_0ZBsrmm8Kk-546" style="shape=partialRectangle;connectable=0;fillColor=none;top=0;left=0;bottom=0;right=0;align=left;spacingLeft=6;overflow=hidden;whiteSpace=wrap;html=1;" value="cilindrada" vertex="1">
          <mxGeometry height="30" width="150" x="30" as="geometry">
            <mxRectangle height="30" width="150" as="alternateBounds" />
          </mxGeometry>
        </mxCell>
        <mxCell id="yolWoft2z_0ZBsrmm8Kk-552" parent="1" style="shape=table;startSize=30;container=1;collapsible=1;childLayout=tableLayout;fixedRows=1;rowLines=0;fontStyle=1;align=center;resizeLast=1;html=1;" value="DIM_VENDEDOR" vertex="1">
-           <mxGeometry height="270" width="180" x="850" y="400" as="geometry" />
+           <mxGeometry height="270" width="180" x="770" y="410" as="geometry" />
        </mxCell>
        <mxCell id="yolWoft2z_0ZBsrmm8Kk-553" parent="yolWoft2z_0ZBsrmm8Kk-552" style="shape=tableRow;horizontal=0;startSize=0;swimlaneHead=0;swimlaneBody=0;fillColor=none;collapsible=0;dropTarget=0;points=[[0,0.5],[1,0.5]];portConstraint=eastwest;top=0;left=0;right=0;bottom=1;" value="" vertex="1">
          <mxGeometry height="30" width="180" y="30" as="geometry" />
        </mxCell>
        <mxCell id="yolWoft2z_0ZBsrmm8Kk-554" parent="yolWoft2z_0ZBsrmm8Kk-553" style="shape=partialRectangle;connectable=0;fillColor=none;top=0;left=0;bottom=0;right=0;fontStyle=1;overflow=hidden;whiteSpace=wrap;html=1;" value="PK" vertex="1">
          <mxGeometry height="30" width="30" as="geometry">
            <mxRectangle height="30" width="30" as="alternateBounds" />
          </mxGeometry>
        </mxCell>
        <mxCell id="yolWoft2z_0ZBsrmm8Kk-555" parent="yolWoft2z_0ZBsrmm8Kk-553" style="shape=partialRectangle;connectable=0;fillColor=none;top=0;left=0;bottom=0;right=0;align=left;spacingLeft=6;fontStyle=5;overflow=hidden;whiteSpace=wrap;html=1;" value="id_vendedor" vertex="1">
          <mxGeometry height="30" width="150" x="30" as="geometry">
            <mxRectangle height="30" width="150" as="alternateBounds" />
          </mxGeometry>
        </mxCell>
        <mxCell id="yolWoft2z_0ZBsrmm8Kk-556" parent="yolWoft2z_0ZBsrmm8Kk-552" style="shape=tableRow;horizontal=0;startSize=0;swimlaneHead=0;swimlaneBody=0;fillColor=none;collapsible=0;dropTarget=0;points=[[0,0.5],[1,0.5]];portConstraint=eastwest;top=0;left=0;right=0;bottom=0;" value="" vertex="1">
          <mxGeometry height="30" width="180" y="60" as="geometry" />
        </mxCell>
        <mxCell id="yolWoft2z_0ZBsrmm8Kk-557" parent="yolWoft2z_0ZBsrmm8Kk-556" style="shape=partialRectangle;connectable=0;fillColor=none;top=0;left=0;bottom=0;right=0;editable=1;overflow=hidden;whiteSpace=wrap;html=1;" value="FK" vertex="1">
          <mxGeometry height="30" width="30" as="geometry">
            <mxRectangle height="30" width="30" as="alternateBounds" />
          </mxGeometry>
        </mxCell>
        <mxCell id="yolWoft2z_0ZBsrmm8Kk-558" parent="yolWoft2z_0ZBsrmm8Kk-556" style="shape=partialRectangle;connectable=0;fillColor=none;top=0;left=0;bottom=0;right=0;align=left;spacingLeft=6;overflow=hidden;whiteSpace=wrap;html=1;" value="id_tiempo_fecha_ingreso" vertex="1">
          <mxGeometry height="30" width="150" x="30" as="geometry">
            <mxRectangle height="30" width="150" as="alternateBounds" />
          </mxGeometry>
        </mxCell>
        <mxCell id="yolWoft2z_0ZBsrmm8Kk-755" parent="yolWoft2z_0ZBsrmm8Kk-552" style="shape=tableRow;horizontal=0;startSize=0;swimlaneHead=0;swimlaneBody=0;fillColor=none;collapsible=0;dropTarget=0;points=[[0,0.5],[1,0.5]];portConstraint=eastwest;top=0;left=0;right=0;bottom=0;" value="" vertex="1">
          <mxGeometry height="30" width="180" y="90" as="geometry" />
        </mxCell>
        <mxCell id="yolWoft2z_0ZBsrmm8Kk-756" parent="yolWoft2z_0ZBsrmm8Kk-755" style="shape=partialRectangle;connectable=0;fillColor=none;top=0;left=0;bottom=0;right=0;editable=1;overflow=hidden;whiteSpace=wrap;html=1;" value="" vertex="1">
          <mxGeometry height="30" width="30" as="geometry">
            <mxRectangle height="30" width="30" as="alternateBounds" />
          </mxGeometry>
        </mxCell>
        <mxCell id="yolWoft2z_0ZBsrmm8Kk-757" parent="yolWoft2z_0ZBsrmm8Kk-755" style="shape=partialRectangle;connectable=0;fillColor=none;top=0;left=0;bottom=0;right=0;align=left;spacingLeft=6;overflow=hidden;whiteSpace=wrap;html=1;" value="nombre" vertex="1">
          <mxGeometry height="30" width="150" x="30" as="geometry">
            <mxRectangle height="30" width="150" as="alternateBounds" />
          </mxGeometry>
        </mxCell>
        <mxCell id="yolWoft2z_0ZBsrmm8Kk-746" parent="yolWoft2z_0ZBsrmm8Kk-552" style="shape=tableRow;horizontal=0;startSize=0;swimlaneHead=0;swimlaneBody=0;fillColor=none;collapsible=0;dropTarget=0;points=[[0,0.5],[1,0.5]];portConstraint=eastwest;top=0;left=0;right=0;bottom=0;" value="" vertex="1">
          <mxGeometry height="30" width="180" y="120" as="geometry" />
        </mxCell>
        <mxCell id="yolWoft2z_0ZBsrmm8Kk-747" parent="yolWoft2z_0ZBsrmm8Kk-746" style="shape=partialRectangle;connectable=0;fillColor=none;top=0;left=0;bottom=0;right=0;editable=1;overflow=hidden;whiteSpace=wrap;html=1;" value="" vertex="1">
          <mxGeometry height="30" width="30" as="geometry">
            <mxRectangle height="30" width="30" as="alternateBounds" />
          </mxGeometry>
        </mxCell>
        <mxCell id="yolWoft2z_0ZBsrmm8Kk-748" parent="yolWoft2z_0ZBsrmm8Kk-746" style="shape=partialRectangle;connectable=0;fillColor=none;top=0;left=0;bottom=0;right=0;align=left;spacingLeft=6;overflow=hidden;whiteSpace=wrap;html=1;" value="legajo" vertex="1">
          <mxGeometry height="30" width="150" x="30" as="geometry">
            <mxRectangle height="30" width="150" as="alternateBounds" />
          </mxGeometry>
        </mxCell>
        <mxCell id="yolWoft2z_0ZBsrmm8Kk-749" parent="yolWoft2z_0ZBsrmm8Kk-552" style="shape=tableRow;horizontal=0;startSize=0;swimlaneHead=0;swimlaneBody=0;fillColor=none;collapsible=0;dropTarget=0;points=[[0,0.5],[1,0.5]];portConstraint=eastwest;top=0;left=0;right=0;bottom=0;" value="" vertex="1">
          <mxGeometry height="30" width="180" y="150" as="geometry" />
        </mxCell>
        <mxCell id="yolWoft2z_0ZBsrmm8Kk-750" parent="yolWoft2z_0ZBsrmm8Kk-749" style="shape=partialRectangle;connectable=0;fillColor=none;top=0;left=0;bottom=0;right=0;editable=1;overflow=hidden;whiteSpace=wrap;html=1;" value="" vertex="1">
          <mxGeometry height="30" width="30" as="geometry">
            <mxRectangle height="30" width="30" as="alternateBounds" />
          </mxGeometry>
        </mxCell>
        <mxCell id="yolWoft2z_0ZBsrmm8Kk-751" parent="yolWoft2z_0ZBsrmm8Kk-749" style="shape=partialRectangle;connectable=0;fillColor=none;top=0;left=0;bottom=0;right=0;align=left;spacingLeft=6;overflow=hidden;whiteSpace=wrap;html=1;" value="cuit" vertex="1">
          <mxGeometry height="30" width="150" x="30" as="geometry">
            <mxRectangle height="30" width="150" as="alternateBounds" />
          </mxGeometry>
        </mxCell>
        <mxCell id="yolWoft2z_0ZBsrmm8Kk-559" parent="yolWoft2z_0ZBsrmm8Kk-552" style="shape=tableRow;horizontal=0;startSize=0;swimlaneHead=0;swimlaneBody=0;fillColor=none;collapsible=0;dropTarget=0;points=[[0,0.5],[1,0.5]];portConstraint=eastwest;top=0;left=0;right=0;bottom=0;" value="" vertex="1">
          <mxGeometry height="30" width="180" y="180" as="geometry" />
        </mxCell>
        <mxCell id="yolWoft2z_0ZBsrmm8Kk-560" parent="yolWoft2z_0ZBsrmm8Kk-559" style="shape=partialRectangle;connectable=0;fillColor=none;top=0;left=0;bottom=0;right=0;editable=1;overflow=hidden;whiteSpace=wrap;html=1;" value="" vertex="1">
          <mxGeometry height="30" width="30" as="geometry">
            <mxRectangle height="30" width="30" as="alternateBounds" />
          </mxGeometry>
        </mxCell>
        <mxCell id="yolWoft2z_0ZBsrmm8Kk-561" parent="yolWoft2z_0ZBsrmm8Kk-559" style="shape=partialRectangle;connectable=0;fillColor=none;top=0;left=0;bottom=0;right=0;align=left;spacingLeft=6;overflow=hidden;whiteSpace=wrap;html=1;" value="antiguedad" vertex="1">
          <mxGeometry height="30" width="150" x="30" as="geometry">
            <mxRectangle height="30" width="150" as="alternateBounds" />
          </mxGeometry>
        </mxCell>
        <mxCell id="yolWoft2z_0ZBsrmm8Kk-752" parent="yolWoft2z_0ZBsrmm8Kk-552" style="shape=tableRow;horizontal=0;startSize=0;swimlaneHead=0;swimlaneBody=0;fillColor=none;collapsible=0;dropTarget=0;points=[[0,0.5],[1,0.5]];portConstraint=eastwest;top=0;left=0;right=0;bottom=0;" value="" vertex="1">
          <mxGeometry height="30" width="180" y="210" as="geometry" />
        </mxCell>
        <mxCell id="yolWoft2z_0ZBsrmm8Kk-753" parent="yolWoft2z_0ZBsrmm8Kk-752" style="shape=partialRectangle;connectable=0;fillColor=none;top=0;left=0;bottom=0;right=0;editable=1;overflow=hidden;whiteSpace=wrap;html=1;" value="" vertex="1">
          <mxGeometry height="30" width="30" as="geometry">
            <mxRectangle height="30" width="30" as="alternateBounds" />
          </mxGeometry>
        </mxCell>
        <mxCell id="yolWoft2z_0ZBsrmm8Kk-754" parent="yolWoft2z_0ZBsrmm8Kk-752" style="shape=partialRectangle;connectable=0;fillColor=none;top=0;left=0;bottom=0;right=0;align=left;spacingLeft=6;overflow=hidden;whiteSpace=wrap;html=1;" value="domicilio" vertex="1">
          <mxGeometry height="30" width="150" x="30" as="geometry">
            <mxRectangle height="30" width="150" as="alternateBounds" />
          </mxGeometry>
        </mxCell>
        <mxCell id="yolWoft2z_0ZBsrmm8Kk-664" parent="yolWoft2z_0ZBsrmm8Kk-552" style="shape=tableRow;horizontal=0;startSize=0;swimlaneHead=0;swimlaneBody=0;fillColor=none;collapsible=0;dropTarget=0;points=[[0,0.5],[1,0.5]];portConstraint=eastwest;top=0;left=0;right=0;bottom=0;" value="" vertex="1">
          <mxGeometry height="30" width="180" y="240" as="geometry" />
        </mxCell>
        <mxCell id="yolWoft2z_0ZBsrmm8Kk-665" parent="yolWoft2z_0ZBsrmm8Kk-664" style="shape=partialRectangle;connectable=0;fillColor=none;top=0;left=0;bottom=0;right=0;editable=1;overflow=hidden;whiteSpace=wrap;html=1;" value="" vertex="1">
          <mxGeometry height="30" width="30" as="geometry">
            <mxRectangle height="30" width="30" as="alternateBounds" />
          </mxGeometry>
        </mxCell>
        <mxCell id="yolWoft2z_0ZBsrmm8Kk-666" parent="yolWoft2z_0ZBsrmm8Kk-664" style="shape=partialRectangle;connectable=0;fillColor=none;top=0;left=0;bottom=0;right=0;align=left;spacingLeft=6;overflow=hidden;whiteSpace=wrap;html=1;" value="id_sucursal" vertex="1">
          <mxGeometry height="30" width="150" x="30" as="geometry">
            <mxRectangle height="30" width="150" as="alternateBounds" />
          </mxGeometry>
        </mxCell>
        <mxCell id="yolWoft2z_0ZBsrmm8Kk-565" parent="1" style="shape=table;startSize=30;container=1;collapsible=1;childLayout=tableLayout;fixedRows=1;rowLines=0;fontStyle=1;align=center;resizeLast=1;html=1;" value="DIM_MODO_PAGO" vertex="1">
-           <mxGeometry height="90" width="180" x="30" y="470" as="geometry" />
+           <mxGeometry height="90" width="180" x="150" y="370" as="geometry" />
        </mxCell>
        <mxCell id="yolWoft2z_0ZBsrmm8Kk-566" parent="yolWoft2z_0ZBsrmm8Kk-565" style="shape=tableRow;horizontal=0;startSize=0;swimlaneHead=0;swimlaneBody=0;fillColor=none;collapsible=0;dropTarget=0;points=[[0,0.5],[1,0.5]];portConstraint=eastwest;top=0;left=0;right=0;bottom=1;" value="" vertex="1">
          <mxGeometry height="30" width="180" y="30" as="geometry" />
        </mxCell>
        <mxCell id="yolWoft2z_0ZBsrmm8Kk-567" parent="yolWoft2z_0ZBsrmm8Kk-566" style="shape=partialRectangle;connectable=0;fillColor=none;top=0;left=0;bottom=0;right=0;fontStyle=1;overflow=hidden;whiteSpace=wrap;html=1;" value="PK" vertex="1">
          <mxGeometry height="30" width="30" as="geometry">
            <mxRectangle height="30" width="30" as="alternateBounds" />
          </mxGeometry>
        </mxCell>
        <mxCell id="yolWoft2z_0ZBsrmm8Kk-568" parent="yolWoft2z_0ZBsrmm8Kk-566" style="shape=partialRectangle;connectable=0;fillColor=none;top=0;left=0;bottom=0;right=0;align=left;spacingLeft=6;fontStyle=5;overflow=hidden;whiteSpace=wrap;html=1;" value="id_modo_pago" vertex="1">
          <mxGeometry height="30" width="150" x="30" as="geometry">
            <mxRectangle height="30" width="150" as="alternateBounds" />
          </mxGeometry>
        </mxCell>
        <mxCell id="yolWoft2z_0ZBsrmm8Kk-569" parent="yolWoft2z_0ZBsrmm8Kk-565" style="shape=tableRow;horizontal=0;startSize=0;swimlaneHead=0;swimlaneBody=0;fillColor=none;collapsible=0;dropTarget=0;points=[[0,0.5],[1,0.5]];portConstraint=eastwest;top=0;left=0;right=0;bottom=0;" value="" vertex="1">
          <mxGeometry height="30" width="180" y="60" as="geometry" />
        </mxCell>
        <mxCell id="yolWoft2z_0ZBsrmm8Kk-570" parent="yolWoft2z_0ZBsrmm8Kk-569" style="shape=partialRectangle;connectable=0;fillColor=none;top=0;left=0;bottom=0;right=0;editable=1;overflow=hidden;whiteSpace=wrap;html=1;" value="" vertex="1">
          <mxGeometry height="30" width="30" as="geometry">
            <mxRectangle height="30" width="30" as="alternateBounds" />
          </mxGeometry>
        </mxCell>
        <mxCell id="yolWoft2z_0ZBsrmm8Kk-571" parent="yolWoft2z_0ZBsrmm8Kk-569" style="shape=partialRectangle;connectable=0;fillColor=none;top=0;left=0;bottom=0;right=0;align=left;spacingLeft=6;overflow=hidden;whiteSpace=wrap;html=1;" value="metodo_pago" vertex="1">
          <mxGeometry height="30" width="150" x="30" as="geometry">
            <mxRectangle height="30" width="150" as="alternateBounds" />
          </mxGeometry>
        </mxCell>
        <mxCell id="yolWoft2z_0ZBsrmm8Kk-578" parent="1" style="shape=table;startSize=30;container=1;collapsible=1;childLayout=tableLayout;fixedRows=1;rowLines=0;fontStyle=1;align=center;resizeLast=1;html=1;" value="DIM_SUCURSAL" vertex="1">
-           <mxGeometry height="180" width="180" x="1350" y="325" as="geometry" />
+           <mxGeometry height="180" width="180" x="1030" y="325" as="geometry" />
        </mxCell>
        <mxCell id="yolWoft2z_0ZBsrmm8Kk-579" parent="yolWoft2z_0ZBsrmm8Kk-578" style="shape=tableRow;horizontal=0;startSize=0;swimlaneHead=0;swimlaneBody=0;fillColor=none;collapsible=0;dropTarget=0;points=[[0,0.5],[1,0.5]];portConstraint=eastwest;top=0;left=0;right=0;bottom=1;" value="" vertex="1">
          <mxGeometry height="30" width="180" y="30" as="geometry" />
        </mxCell>
        <mxCell id="yolWoft2z_0ZBsrmm8Kk-580" parent="yolWoft2z_0ZBsrmm8Kk-579" style="shape=partialRectangle;connectable=0;fillColor=none;top=0;left=0;bottom=0;right=0;fontStyle=1;overflow=hidden;whiteSpace=wrap;html=1;" value="PK" vertex="1">
          <mxGeometry height="30" width="30" as="geometry">
            <mxRectangle height="30" width="30" as="alternateBounds" />
          </mxGeometry>
        </mxCell>
        <mxCell id="yolWoft2z_0ZBsrmm8Kk-581" parent="yolWoft2z_0ZBsrmm8Kk-579" style="shape=partialRectangle;connectable=0;fillColor=none;top=0;left=0;bottom=0;right=0;align=left;spacingLeft=6;fontStyle=5;overflow=hidden;whiteSpace=wrap;html=1;" value="id_sucursal" vertex="1">
          <mxGeometry height="30" width="150" x="30" as="geometry">
            <mxRectangle height="30" width="150" as="alternateBounds" />
          </mxGeometry>
        </mxCell>
        <mxCell id="yolWoft2z_0ZBsrmm8Kk-582" parent="yolWoft2z_0ZBsrmm8Kk-578" style="shape=tableRow;horizontal=0;startSize=0;swimlaneHead=0;swimlaneBody=0;fillColor=none;collapsible=0;dropTarget=0;points=[[0,0.5],[1,0.5]];portConstraint=eastwest;top=0;left=0;right=0;bottom=0;" value="" vertex="1">
          <mxGeometry height="30" width="180" y="60" as="geometry" />
        </mxCell>
        <mxCell id="yolWoft2z_0ZBsrmm8Kk-583" parent="yolWoft2z_0ZBsrmm8Kk-582" style="shape=partialRectangle;connectable=0;fillColor=none;top=0;left=0;bottom=0;right=0;editable=1;overflow=hidden;whiteSpace=wrap;html=1;" value="" vertex="1">
          <mxGeometry height="30" width="30" as="geometry">
            <mxRectangle height="30" width="30" as="alternateBounds" />
          </mxGeometry>
        </mxCell>
        <mxCell id="yolWoft2z_0ZBsrmm8Kk-584" parent="yolWoft2z_0ZBsrmm8Kk-582" style="shape=partialRectangle;connectable=0;fillColor=none;top=0;left=0;bottom=0;right=0;align=left;spacingLeft=6;overflow=hidden;whiteSpace=wrap;html=1;" value="nombre" vertex="1">
          <mxGeometry height="30" width="150" x="30" as="geometry">
            <mxRectangle height="30" width="150" as="alternateBounds" />
          </mxGeometry>
        </mxCell>
        <mxCell id="yolWoft2z_0ZBsrmm8Kk-585" parent="yolWoft2z_0ZBsrmm8Kk-578" style="shape=tableRow;horizontal=0;startSize=0;swimlaneHead=0;swimlaneBody=0;fillColor=none;collapsible=0;dropTarget=0;points=[[0,0.5],[1,0.5]];portConstraint=eastwest;top=0;left=0;right=0;bottom=0;" value="" vertex="1">
          <mxGeometry height="30" width="180" y="90" as="geometry" />
        </mxCell>
        <mxCell id="yolWoft2z_0ZBsrmm8Kk-586" parent="yolWoft2z_0ZBsrmm8Kk-585" style="shape=partialRectangle;connectable=0;fillColor=none;top=0;left=0;bottom=0;right=0;editable=1;overflow=hidden;whiteSpace=wrap;html=1;" value="" vertex="1">
          <mxGeometry height="30" width="30" as="geometry">
            <mxRectangle height="30" width="30" as="alternateBounds" />
          </mxGeometry>
        </mxCell>
        <mxCell id="yolWoft2z_0ZBsrmm8Kk-587" parent="yolWoft2z_0ZBsrmm8Kk-585" style="shape=partialRectangle;connectable=0;fillColor=none;top=0;left=0;bottom=0;right=0;align=left;spacingLeft=6;overflow=hidden;whiteSpace=wrap;html=1;" value="domicilio" vertex="1">
          <mxGeometry height="30" width="150" x="30" as="geometry">
            <mxRectangle height="30" width="150" as="alternateBounds" />
          </mxGeometry>
        </mxCell>
        <mxCell id="yolWoft2z_0ZBsrmm8Kk-588" parent="yolWoft2z_0ZBsrmm8Kk-578" style="shape=tableRow;horizontal=0;startSize=0;swimlaneHead=0;swimlaneBody=0;fillColor=none;collapsible=0;dropTarget=0;points=[[0,0.5],[1,0.5]];portConstraint=eastwest;top=0;left=0;right=0;bottom=0;" value="" vertex="1">
          <mxGeometry height="30" width="180" y="120" as="geometry" />
        </mxCell>
        <mxCell id="yolWoft2z_0ZBsrmm8Kk-589" parent="yolWoft2z_0ZBsrmm8Kk-588" style="shape=partialRectangle;connectable=0;fillColor=none;top=0;left=0;bottom=0;right=0;editable=1;overflow=hidden;whiteSpace=wrap;html=1;" value="" vertex="1">
          <mxGeometry height="30" width="30" as="geometry">
            <mxRectangle height="30" width="30" as="alternateBounds" />
          </mxGeometry>
        </mxCell>
        <mxCell id="yolWoft2z_0ZBsrmm8Kk-590" parent="yolWoft2z_0ZBsrmm8Kk-588" style="shape=partialRectangle;connectable=0;fillColor=none;top=0;left=0;bottom=0;right=0;align=left;spacingLeft=6;overflow=hidden;whiteSpace=wrap;html=1;" value="ciudad" vertex="1">
          <mxGeometry height="30" width="150" x="30" as="geometry">
            <mxRectangle height="30" width="150" as="alternateBounds" />
          </mxGeometry>
        </mxCell>
        <mxCell id="yolWoft2z_0ZBsrmm8Kk-660" parent="yolWoft2z_0ZBsrmm8Kk-578" style="shape=tableRow;horizontal=0;startSize=0;swimlaneHead=0;swimlaneBody=0;fillColor=none;collapsible=0;dropTarget=0;points=[[0,0.5],[1,0.5]];portConstraint=eastwest;top=0;left=0;right=0;bottom=0;" value="" vertex="1">
          <mxGeometry height="30" width="180" y="150" as="geometry" />
        </mxCell>
        <mxCell id="yolWoft2z_0ZBsrmm8Kk-661" parent="yolWoft2z_0ZBsrmm8Kk-660" style="shape=partialRectangle;connectable=0;fillColor=none;top=0;left=0;bottom=0;right=0;editable=1;overflow=hidden;whiteSpace=wrap;html=1;" value="" vertex="1">
          <mxGeometry height="30" width="30" as="geometry">
            <mxRectangle height="30" width="30" as="alternateBounds" />
          </mxGeometry>
        </mxCell>
        <mxCell id="yolWoft2z_0ZBsrmm8Kk-662" parent="yolWoft2z_0ZBsrmm8Kk-660" style="shape=partialRectangle;connectable=0;fillColor=none;top=0;left=0;bottom=0;right=0;align=left;spacingLeft=6;overflow=hidden;whiteSpace=wrap;html=1;" value="CUIT" vertex="1">
          <mxGeometry height="30" width="150" x="30" as="geometry">
            <mxRectangle height="30" width="150" as="alternateBounds" />
          </mxGeometry>
        </mxCell>
        <mxCell id="yolWoft2z_0ZBsrmm8Kk-591" parent="1" style="shape=table;startSize=30;container=1;collapsible=1;childLayout=tableLayout;fixedRows=1;rowLines=0;fontStyle=1;align=center;resizeLast=1;html=1;" value="FCT_STOCK" vertex="1">
          <mxGeometry height="150" width="180" x="460" y="-10" as="geometry" />
        </mxCell>
        <mxCell id="yolWoft2z_0ZBsrmm8Kk-592" parent="yolWoft2z_0ZBsrmm8Kk-591" style="shape=tableRow;horizontal=0;startSize=0;swimlaneHead=0;swimlaneBody=0;fillColor=none;collapsible=0;dropTarget=0;points=[[0,0.5],[1,0.5]];portConstraint=eastwest;top=0;left=0;right=0;bottom=1;" value="" vertex="1">
          <mxGeometry height="30" width="180" y="30" as="geometry" />
        </mxCell>
        <mxCell id="yolWoft2z_0ZBsrmm8Kk-593" parent="yolWoft2z_0ZBsrmm8Kk-592" style="shape=partialRectangle;connectable=0;fillColor=none;top=0;left=0;bottom=0;right=0;fontStyle=1;overflow=hidden;whiteSpace=wrap;html=1;" value="PK" vertex="1">
          <mxGeometry height="30" width="30" as="geometry">
            <mxRectangle height="30" width="30" as="alternateBounds" />
          </mxGeometry>
        </mxCell>
        <mxCell id="yolWoft2z_0ZBsrmm8Kk-594" parent="yolWoft2z_0ZBsrmm8Kk-592" style="shape=partialRectangle;connectable=0;fillColor=none;top=0;left=0;bottom=0;right=0;align=left;spacingLeft=6;fontStyle=5;overflow=hidden;whiteSpace=wrap;html=1;" value="id_stock" vertex="1">
          <mxGeometry height="30" width="150" x="30" as="geometry">
            <mxRectangle height="30" width="150" as="alternateBounds" />
          </mxGeometry>
        </mxCell>
        <mxCell id="yolWoft2z_0ZBsrmm8Kk-595" parent="yolWoft2z_0ZBsrmm8Kk-591" style="shape=tableRow;horizontal=0;startSize=0;swimlaneHead=0;swimlaneBody=0;fillColor=none;collapsible=0;dropTarget=0;points=[[0,0.5],[1,0.5]];portConstraint=eastwest;top=0;left=0;right=0;bottom=0;" value="" vertex="1">
          <mxGeometry height="30" width="180" y="60" as="geometry" />
        </mxCell>
        <mxCell id="yolWoft2z_0ZBsrmm8Kk-596" parent="yolWoft2z_0ZBsrmm8Kk-595" style="shape=partialRectangle;connectable=0;fillColor=none;top=0;left=0;bottom=0;right=0;editable=1;overflow=hidden;whiteSpace=wrap;html=1;" value="" vertex="1">
          <mxGeometry height="30" width="30" as="geometry">
            <mxRectangle height="30" width="30" as="alternateBounds" />
          </mxGeometry>
        </mxCell>
        <mxCell id="yolWoft2z_0ZBsrmm8Kk-597" parent="yolWoft2z_0ZBsrmm8Kk-595" style="shape=partialRectangle;connectable=0;fillColor=none;top=0;left=0;bottom=0;right=0;align=left;spacingLeft=6;overflow=hidden;whiteSpace=wrap;html=1;" value="id_sucursal" vertex="1">
          <mxGeometry height="30" width="150" x="30" as="geometry">
            <mxRectangle height="30" width="150" as="alternateBounds" />
          </mxGeometry>
        </mxCell>
        <mxCell id="yolWoft2z_0ZBsrmm8Kk-598" parent="yolWoft2z_0ZBsrmm8Kk-591" style="shape=tableRow;horizontal=0;startSize=0;swimlaneHead=0;swimlaneBody=0;fillColor=none;collapsible=0;dropTarget=0;points=[[0,0.5],[1,0.5]];portConstraint=eastwest;top=0;left=0;right=0;bottom=0;" value="" vertex="1">
          <mxGeometry height="30" width="180" y="90" as="geometry" />
        </mxCell>
        <mxCell id="yolWoft2z_0ZBsrmm8Kk-599" parent="yolWoft2z_0ZBsrmm8Kk-598" style="shape=partialRectangle;connectable=0;fillColor=none;top=0;left=0;bottom=0;right=0;editable=1;overflow=hidden;whiteSpace=wrap;html=1;" value="" vertex="1">
          <mxGeometry height="30" width="30" as="geometry">
            <mxRectangle height="30" width="30" as="alternateBounds" />
          </mxGeometry>
        </mxCell>
        <mxCell id="yolWoft2z_0ZBsrmm8Kk-600" parent="yolWoft2z_0ZBsrmm8Kk-598" style="shape=partialRectangle;connectable=0;fillColor=none;top=0;left=0;bottom=0;right=0;align=left;spacingLeft=6;overflow=hidden;whiteSpace=wrap;html=1;" value="cantidad" vertex="1">
          <mxGeometry height="30" width="150" x="30" as="geometry">
            <mxRectangle height="30" width="150" as="alternateBounds" />
          </mxGeometry>
        </mxCell>
        <mxCell id="yolWoft2z_0ZBsrmm8Kk-601" parent="yolWoft2z_0ZBsrmm8Kk-591" style="shape=tableRow;horizontal=0;startSize=0;swimlaneHead=0;swimlaneBody=0;fillColor=none;collapsible=0;dropTarget=0;points=[[0,0.5],[1,0.5]];portConstraint=eastwest;top=0;left=0;right=0;bottom=0;" value="" vertex="1">
          <mxGeometry height="30" width="180" y="120" as="geometry" />
        </mxCell>
        <mxCell id="yolWoft2z_0ZBsrmm8Kk-602" parent="yolWoft2z_0ZBsrmm8Kk-601" style="shape=partialRectangle;connectable=0;fillColor=none;top=0;left=0;bottom=0;right=0;editable=1;overflow=hidden;whiteSpace=wrap;html=1;" value="" vertex="1">
          <mxGeometry height="30" width="30" as="geometry">
            <mxRectangle height="30" width="30" as="alternateBounds" />
          </mxGeometry>
        </mxCell>
        <mxCell id="yolWoft2z_0ZBsrmm8Kk-603" parent="yolWoft2z_0ZBsrmm8Kk-601" style="shape=partialRectangle;connectable=0;fillColor=none;top=0;left=0;bottom=0;right=0;align=left;spacingLeft=6;overflow=hidden;whiteSpace=wrap;html=1;" value="id_automovil" vertex="1">
          <mxGeometry height="30" width="150" x="30" as="geometry">
            <mxRectangle height="30" width="150" as="alternateBounds" />
          </mxGeometry>
        </mxCell>
        <mxCell id="yolWoft2z_0ZBsrmm8Kk-610" edge="1" parent="1" source="yolWoft2z_0ZBsrmm8Kk-517" style="edgeStyle=orthogonalEdgeStyle;rounded=0;orthogonalLoop=1;jettySize=auto;html=1;exitX=0;exitY=0.5;exitDx=0;exitDy=0;entryX=1;entryY=0.5;entryDx=0;entryDy=0;" target="yolWoft2z_0ZBsrmm8Kk-501">
          <mxGeometry relative="1" as="geometry" />
        </mxCell>
        <mxCell id="yolWoft2z_0ZBsrmm8Kk-617" edge="1" parent="1" source="yolWoft2z_0ZBsrmm8Kk-504" style="edgeStyle=orthogonalEdgeStyle;rounded=0;orthogonalLoop=1;jettySize=auto;html=1;exitX=0;exitY=0.5;exitDx=0;exitDy=0;entryX=1;entryY=0.5;entryDx=0;entryDy=0;" target="yolWoft2z_0ZBsrmm8Kk-540">
          <mxGeometry relative="1" as="geometry" />
        </mxCell>
        <mxCell id="yolWoft2z_0ZBsrmm8Kk-659" edge="1" parent="1" source="yolWoft2z_0ZBsrmm8Kk-595" style="edgeStyle=orthogonalEdgeStyle;rounded=0;orthogonalLoop=1;jettySize=auto;html=1;exitX=1;exitY=0.5;exitDx=0;exitDy=0;entryX=0;entryY=0.5;entryDx=0;entryDy=0;" target="yolWoft2z_0ZBsrmm8Kk-579">
          <mxGeometry relative="1" as="geometry">
            <Array as="points">
-               <mxPoint x="1330" y="65" />
-               <mxPoint x="1330" y="370" />
+               <mxPoint x="1000" y="65" />
+               <mxPoint x="1000" y="370" />
            </Array>
          </mxGeometry>
        </mxCell>
        <mxCell id="yolWoft2z_0ZBsrmm8Kk-667" edge="1" parent="1" source="yolWoft2z_0ZBsrmm8Kk-664" style="edgeStyle=orthogonalEdgeStyle;rounded=0;orthogonalLoop=1;jettySize=auto;html=1;exitX=1;exitY=0.5;exitDx=0;exitDy=0;entryX=0;entryY=0.5;entryDx=0;entryDy=0;" target="yolWoft2z_0ZBsrmm8Kk-579">
          <mxGeometry relative="1" as="geometry">
            <Array as="points">
-               <mxPoint x="1330" y="715" />
-               <mxPoint x="1330" y="370" />
+               <mxPoint x="1000" y="665" />
+               <mxPoint x="1000" y="370" />
            </Array>
          </mxGeometry>
        </mxCell>
        <mxCell id="yolWoft2z_0ZBsrmm8Kk-668" edge="1" parent="1" source="yolWoft2z_0ZBsrmm8Kk-523" style="edgeStyle=orthogonalEdgeStyle;rounded=0;orthogonalLoop=1;jettySize=auto;html=1;exitX=1;exitY=0.5;exitDx=0;exitDy=0;entryX=0;entryY=0.5;entryDx=0;entryDy=0;" target="yolWoft2z_0ZBsrmm8Kk-553">
          <mxGeometry relative="1" as="geometry" />
        </mxCell>
        <mxCell id="yolWoft2z_0ZBsrmm8Kk-669" edge="1" parent="1" source="yolWoft2z_0ZBsrmm8Kk-601" style="edgeStyle=orthogonalEdgeStyle;rounded=0;orthogonalLoop=1;jettySize=auto;html=1;exitX=0;exitY=0.5;exitDx=0;exitDy=0;entryX=1;entryY=0.5;entryDx=0;entryDy=0;" target="yolWoft2z_0ZBsrmm8Kk-501">
          <mxGeometry relative="1" as="geometry" />
        </mxCell>
        <mxCell id="yolWoft2z_0ZBsrmm8Kk-700" edge="1" parent="1" source="yolWoft2z_0ZBsrmm8Kk-682" style="edgeStyle=orthogonalEdgeStyle;rounded=0;orthogonalLoop=1;jettySize=auto;html=1;exitX=0;exitY=0.5;exitDx=0;exitDy=0;entryX=1;entryY=0.5;entryDx=0;entryDy=0;" target="yolWoft2z_0ZBsrmm8Kk-566">
          <mxGeometry relative="1" as="geometry" />
        </mxCell>
        <mxCell id="yolWoft2z_0ZBsrmm8Kk-701" parent="1" style="shape=table;startSize=30;container=1;collapsible=1;childLayout=tableLayout;fixedRows=1;rowLines=0;fontStyle=1;align=center;resizeLast=1;html=1;" value="DIM_TIEMPO" vertex="1">
-           <mxGeometry height="210" width="180" x="860" y="160" as="geometry" />
+           <mxGeometry height="210" width="180" x="770" y="170" as="geometry" />
        </mxCell>
        <mxCell id="yolWoft2z_0ZBsrmm8Kk-702" parent="yolWoft2z_0ZBsrmm8Kk-701" style="shape=tableRow;horizontal=0;startSize=0;swimlaneHead=0;swimlaneBody=0;fillColor=none;collapsible=0;dropTarget=0;points=[[0,0.5],[1,0.5]];portConstraint=eastwest;top=0;left=0;right=0;bottom=1;" value="" vertex="1">
          <mxGeometry height="30" width="180" y="30" as="geometry" />
        </mxCell>
        <mxCell id="yolWoft2z_0ZBsrmm8Kk-703" parent="yolWoft2z_0ZBsrmm8Kk-702" style="shape=partialRectangle;connectable=0;fillColor=none;top=0;left=0;bottom=0;right=0;fontStyle=1;overflow=hidden;whiteSpace=wrap;html=1;" value="PK" vertex="1">
          <mxGeometry height="30" width="30" as="geometry">
            <mxRectangle height="30" width="30" as="alternateBounds" />
          </mxGeometry>
        </mxCell>
        <mxCell id="yolWoft2z_0ZBsrmm8Kk-704" parent="yolWoft2z_0ZBsrmm8Kk-702" style="shape=partialRectangle;connectable=0;fillColor=none;top=0;left=0;bottom=0;right=0;align=left;spacingLeft=6;fontStyle=5;overflow=hidden;whiteSpace=wrap;html=1;" value="id_tiempo" vertex="1">
          <mxGeometry height="30" width="150" x="30" as="geometry">
            <mxRectangle height="30" width="150" as="alternateBounds" />
          </mxGeometry>
        </mxCell>
        <mxCell id="yolWoft2z_0ZBsrmm8Kk-705" parent="yolWoft2z_0ZBsrmm8Kk-701" style="shape=tableRow;horizontal=0;startSize=0;swimlaneHead=0;swimlaneBody=0;fillColor=none;collapsible=0;dropTarget=0;points=[[0,0.5],[1,0.5]];portConstraint=eastwest;top=0;left=0;right=0;bottom=0;" value="" vertex="1">
          <mxGeometry height="30" width="180" y="60" as="geometry" />
        </mxCell>
        <mxCell id="yolWoft2z_0ZBsrmm8Kk-706" parent="yolWoft2z_0ZBsrmm8Kk-705" style="shape=partialRectangle;connectable=0;fillColor=none;top=0;left=0;bottom=0;right=0;editable=1;overflow=hidden;whiteSpace=wrap;html=1;" value="" vertex="1">
          <mxGeometry height="30" width="30" as="geometry">
            <mxRectangle height="30" width="30" as="alternateBounds" />
          </mxGeometry>
        </mxCell>
        <mxCell id="yolWoft2z_0ZBsrmm8Kk-707" parent="yolWoft2z_0ZBsrmm8Kk-705" style="shape=partialRectangle;connectable=0;fillColor=none;top=0;left=0;bottom=0;right=0;align=left;spacingLeft=6;overflow=hidden;whiteSpace=wrap;html=1;" value="fecha" vertex="1">
          <mxGeometry height="30" width="150" x="30" as="geometry">
            <mxRectangle height="30" width="150" as="alternateBounds" />
          </mxGeometry>
        </mxCell>
        <mxCell id="yolWoft2z_0ZBsrmm8Kk-708" parent="yolWoft2z_0ZBsrmm8Kk-701" style="shape=tableRow;horizontal=0;startSize=0;swimlaneHead=0;swimlaneBody=0;fillColor=none;collapsible=0;dropTarget=0;points=[[0,0.5],[1,0.5]];portConstraint=eastwest;top=0;left=0;right=0;bottom=0;" value="" vertex="1">
          <mxGeometry height="30" width="180" y="90" as="geometry" />
        </mxCell>
        <mxCell id="yolWoft2z_0ZBsrmm8Kk-709" parent="yolWoft2z_0ZBsrmm8Kk-708" style="shape=partialRectangle;connectable=0;fillColor=none;top=0;left=0;bottom=0;right=0;editable=1;overflow=hidden;whiteSpace=wrap;html=1;" value="" vertex="1">
          <mxGeometry height="30" width="30" as="geometry">
            <mxRectangle height="30" width="30" as="alternateBounds" />
          </mxGeometry>
        </mxCell>
        <mxCell id="yolWoft2z_0ZBsrmm8Kk-710" parent="yolWoft2z_0ZBsrmm8Kk-708" style="shape=partialRectangle;connectable=0;fillColor=none;top=0;left=0;bottom=0;right=0;align=left;spacingLeft=6;overflow=hidden;whiteSpace=wrap;html=1;" value="dia" vertex="1">
          <mxGeometry height="30" width="150" x="30" as="geometry">
            <mxRectangle height="30" width="150" as="alternateBounds" />
          </mxGeometry>
        </mxCell>
        <mxCell id="yolWoft2z_0ZBsrmm8Kk-711" parent="yolWoft2z_0ZBsrmm8Kk-701" style="shape=tableRow;horizontal=0;startSize=0;swimlaneHead=0;swimlaneBody=0;fillColor=none;collapsible=0;dropTarget=0;points=[[0,0.5],[1,0.5]];portConstraint=eastwest;top=0;left=0;right=0;bottom=0;" value="" vertex="1">
          <mxGeometry height="30" width="180" y="120" as="geometry" />
        </mxCell>
        <mxCell id="yolWoft2z_0ZBsrmm8Kk-712" parent="yolWoft2z_0ZBsrmm8Kk-711" style="shape=partialRectangle;connectable=0;fillColor=none;top=0;left=0;bottom=0;right=0;editable=1;overflow=hidden;whiteSpace=wrap;html=1;" value="" vertex="1">
          <mxGeometry height="30" width="30" as="geometry">
            <mxRectangle height="30" width="30" as="alternateBounds" />
          </mxGeometry>
        </mxCell>
        <mxCell id="yolWoft2z_0ZBsrmm8Kk-713" parent="yolWoft2z_0ZBsrmm8Kk-711" style="shape=partialRectangle;connectable=0;fillColor=none;top=0;left=0;bottom=0;right=0;align=left;spacingLeft=6;overflow=hidden;whiteSpace=wrap;html=1;" value="semana" vertex="1">
          <mxGeometry height="30" width="150" x="30" as="geometry">
            <mxRectangle height="30" width="150" as="alternateBounds" />
          </mxGeometry>
        </mxCell>
        <mxCell id="yolWoft2z_0ZBsrmm8Kk-714" parent="yolWoft2z_0ZBsrmm8Kk-701" style="shape=tableRow;horizontal=0;startSize=0;swimlaneHead=0;swimlaneBody=0;fillColor=none;collapsible=0;dropTarget=0;points=[[0,0.5],[1,0.5]];portConstraint=eastwest;top=0;left=0;right=0;bottom=0;" value="" vertex="1">
          <mxGeometry height="30" width="180" y="150" as="geometry" />
        </mxCell>
        <mxCell id="yolWoft2z_0ZBsrmm8Kk-715" parent="yolWoft2z_0ZBsrmm8Kk-714" style="shape=partialRectangle;connectable=0;fillColor=none;top=0;left=0;bottom=0;right=0;editable=1;overflow=hidden;whiteSpace=wrap;html=1;" value="" vertex="1">
          <mxGeometry height="30" width="30" as="geometry">
            <mxRectangle height="30" width="30" as="alternateBounds" />
          </mxGeometry>
        </mxCell>
        <mxCell id="yolWoft2z_0ZBsrmm8Kk-716" parent="yolWoft2z_0ZBsrmm8Kk-714" style="shape=partialRectangle;connectable=0;fillColor=none;top=0;left=0;bottom=0;right=0;align=left;spacingLeft=6;overflow=hidden;whiteSpace=wrap;html=1;" value="mes" vertex="1">
          <mxGeometry height="30" width="150" x="30" as="geometry">
            <mxRectangle height="30" width="150" as="alternateBounds" />
          </mxGeometry>
        </mxCell>
        <mxCell id="yolWoft2z_0ZBsrmm8Kk-717" parent="yolWoft2z_0ZBsrmm8Kk-701" style="shape=tableRow;horizontal=0;startSize=0;swimlaneHead=0;swimlaneBody=0;fillColor=none;collapsible=0;dropTarget=0;points=[[0,0.5],[1,0.5]];portConstraint=eastwest;top=0;left=0;right=0;bottom=0;" value="" vertex="1">
          <mxGeometry height="30" width="180" y="180" as="geometry" />
        </mxCell>
        <mxCell id="yolWoft2z_0ZBsrmm8Kk-718" parent="yolWoft2z_0ZBsrmm8Kk-717" style="shape=partialRectangle;connectable=0;fillColor=none;top=0;left=0;bottom=0;right=0;editable=1;overflow=hidden;whiteSpace=wrap;html=1;" value="" vertex="1">
          <mxGeometry height="30" width="30" as="geometry">
            <mxRectangle height="30" width="30" as="alternateBounds" />
          </mxGeometry>
        </mxCell>
        <mxCell id="yolWoft2z_0ZBsrmm8Kk-719" parent="yolWoft2z_0ZBsrmm8Kk-717" style="shape=partialRectangle;connectable=0;fillColor=none;top=0;left=0;bottom=0;right=0;align=left;spacingLeft=6;overflow=hidden;whiteSpace=wrap;html=1;" value="anio" vertex="1">
          <mxGeometry height="30" width="150" x="30" as="geometry">
            <mxRectangle height="30" width="150" as="alternateBounds" />
          </mxGeometry>
        </mxCell>
        <mxCell id="yolWoft2z_0ZBsrmm8Kk-727" edge="1" parent="1" source="yolWoft2z_0ZBsrmm8Kk-520" style="edgeStyle=orthogonalEdgeStyle;rounded=0;orthogonalLoop=1;jettySize=auto;html=1;exitX=1;exitY=0.5;exitDx=0;exitDy=0;entryX=0;entryY=0.5;entryDx=0;entryDy=0;" target="yolWoft2z_0ZBsrmm8Kk-702">
          <mxGeometry relative="1" as="geometry" />
        </mxCell>
        <mxCell id="yolWoft2z_0ZBsrmm8Kk-731" parent="1" style="shape=table;startSize=30;container=1;collapsible=1;childLayout=tableLayout;fixedRows=1;rowLines=0;fontStyle=1;align=center;resizeLast=1;html=1;" value="DIM_DETALLE_ACCESORIOS" vertex="1">
-           <mxGeometry height="120" width="220" x="90" y="610" as="geometry" />
+           <mxGeometry height="120" width="220" x="130" y="490" as="geometry" />
        </mxCell>
        <mxCell id="yolWoft2z_0ZBsrmm8Kk-732" parent="yolWoft2z_0ZBsrmm8Kk-731" style="shape=tableRow;horizontal=0;startSize=0;swimlaneHead=0;swimlaneBody=0;fillColor=none;collapsible=0;dropTarget=0;points=[[0,0.5],[1,0.5]];portConstraint=eastwest;top=0;left=0;right=0;bottom=1;" value="" vertex="1">
          <mxGeometry height="30" width="220" y="30" as="geometry" />
        </mxCell>
        <mxCell id="yolWoft2z_0ZBsrmm8Kk-733" parent="yolWoft2z_0ZBsrmm8Kk-732" style="shape=partialRectangle;connectable=0;fillColor=none;top=0;left=0;bottom=0;right=0;fontStyle=1;overflow=hidden;whiteSpace=wrap;html=1;" value="PK" vertex="1">
          <mxGeometry height="30" width="30" as="geometry">
            <mxRectangle height="30" width="30" as="alternateBounds" />
          </mxGeometry>
        </mxCell>
        <mxCell id="yolWoft2z_0ZBsrmm8Kk-734" parent="yolWoft2z_0ZBsrmm8Kk-732" style="shape=partialRectangle;connectable=0;fillColor=none;top=0;left=0;bottom=0;right=0;align=left;spacingLeft=6;fontStyle=5;overflow=hidden;whiteSpace=wrap;html=1;" value="id_detalle_accesorio" vertex="1">
          <mxGeometry height="30" width="190" x="30" as="geometry">
            <mxRectangle height="30" width="190" as="alternateBounds" />
          </mxGeometry>
        </mxCell>
        <mxCell id="yolWoft2z_0ZBsrmm8Kk-735" parent="yolWoft2z_0ZBsrmm8Kk-731" style="shape=tableRow;horizontal=0;startSize=0;swimlaneHead=0;swimlaneBody=0;fillColor=none;collapsible=0;dropTarget=0;points=[[0,0.5],[1,0.5]];portConstraint=eastwest;top=0;left=0;right=0;bottom=0;" value="" vertex="1">
          <mxGeometry height="30" width="220" y="60" as="geometry" />
        </mxCell>
        <mxCell id="yolWoft2z_0ZBsrmm8Kk-736" parent="yolWoft2z_0ZBsrmm8Kk-735" style="shape=partialRectangle;connectable=0;fillColor=none;top=0;left=0;bottom=0;right=0;editable=1;overflow=hidden;whiteSpace=wrap;html=1;" value="" vertex="1">
          <mxGeometry height="30" width="30" as="geometry">
            <mxRectangle height="30" width="30" as="alternateBounds" />
          </mxGeometry>
        </mxCell>
        <mxCell id="yolWoft2z_0ZBsrmm8Kk-737" parent="yolWoft2z_0ZBsrmm8Kk-735" style="shape=partialRectangle;connectable=0;fillColor=none;top=0;left=0;bottom=0;right=0;align=left;spacingLeft=6;overflow=hidden;whiteSpace=wrap;html=1;" value="item" vertex="1">
          <mxGeometry height="30" width="190" x="30" as="geometry">
            <mxRectangle height="30" width="190" as="alternateBounds" />
          </mxGeometry>
        </mxCell>
        <mxCell id="yolWoft2z_0ZBsrmm8Kk-738" parent="yolWoft2z_0ZBsrmm8Kk-731" style="shape=tableRow;horizontal=0;startSize=0;swimlaneHead=0;swimlaneBody=0;fillColor=none;collapsible=0;dropTarget=0;points=[[0,0.5],[1,0.5]];portConstraint=eastwest;top=0;left=0;right=0;bottom=0;" value="" vertex="1">
          <mxGeometry height="30" width="220" y="90" as="geometry" />
        </mxCell>
        <mxCell id="yolWoft2z_0ZBsrmm8Kk-739" parent="yolWoft2z_0ZBsrmm8Kk-738" style="shape=partialRectangle;connectable=0;fillColor=none;top=0;left=0;bottom=0;right=0;editable=1;overflow=hidden;whiteSpace=wrap;html=1;" value="" vertex="1">
          <mxGeometry height="30" width="30" as="geometry">
            <mxRectangle height="30" width="30" as="alternateBounds" />
          </mxGeometry>
        </mxCell>
        <mxCell id="yolWoft2z_0ZBsrmm8Kk-740" parent="yolWoft2z_0ZBsrmm8Kk-738" style="shape=partialRectangle;connectable=0;fillColor=none;top=0;left=0;bottom=0;right=0;align=left;spacingLeft=6;overflow=hidden;whiteSpace=wrap;html=1;" value="costo" vertex="1">
          <mxGeometry height="30" width="190" x="30" as="geometry">
            <mxRectangle height="30" width="190" as="alternateBounds" />
          </mxGeometry>
        </mxCell>
        <mxCell id="yolWoft2z_0ZBsrmm8Kk-741" edge="1" parent="1" source="yolWoft2z_0ZBsrmm8Kk-728" style="edgeStyle=orthogonalEdgeStyle;rounded=0;orthogonalLoop=1;jettySize=auto;html=1;exitX=0;exitY=0.5;exitDx=0;exitDy=0;entryX=1;entryY=0.5;entryDx=0;entryDy=0;" target="yolWoft2z_0ZBsrmm8Kk-732">
          <mxGeometry relative="1" as="geometry" />
        </mxCell>
        <mxCell id="yolWoft2z_0ZBsrmm8Kk-745" edge="1" parent="1" source="yolWoft2z_0ZBsrmm8Kk-742" style="edgeStyle=orthogonalEdgeStyle;rounded=0;orthogonalLoop=1;jettySize=auto;html=1;exitX=1;exitY=0.5;exitDx=0;exitDy=0;entryX=0;entryY=0.5;entryDx=0;entryDy=0;" target="yolWoft2z_0ZBsrmm8Kk-702">
          <mxGeometry relative="1" as="geometry" />
        </mxCell>
        <mxCell id="yolWoft2z_0ZBsrmm8Kk-758" edge="1" parent="1" source="yolWoft2z_0ZBsrmm8Kk-556" style="edgeStyle=orthogonalEdgeStyle;rounded=0;orthogonalLoop=1;jettySize=auto;html=1;exitX=1;exitY=0.5;exitDx=0;exitDy=0;entryX=1;entryY=0.5;entryDx=0;entryDy=0;" target="yolWoft2z_0ZBsrmm8Kk-702">
          <mxGeometry relative="1" as="geometry" />
        </mxCell>
      </root>
    </mxGraphModel>
  </diagram>
</mxfile>
